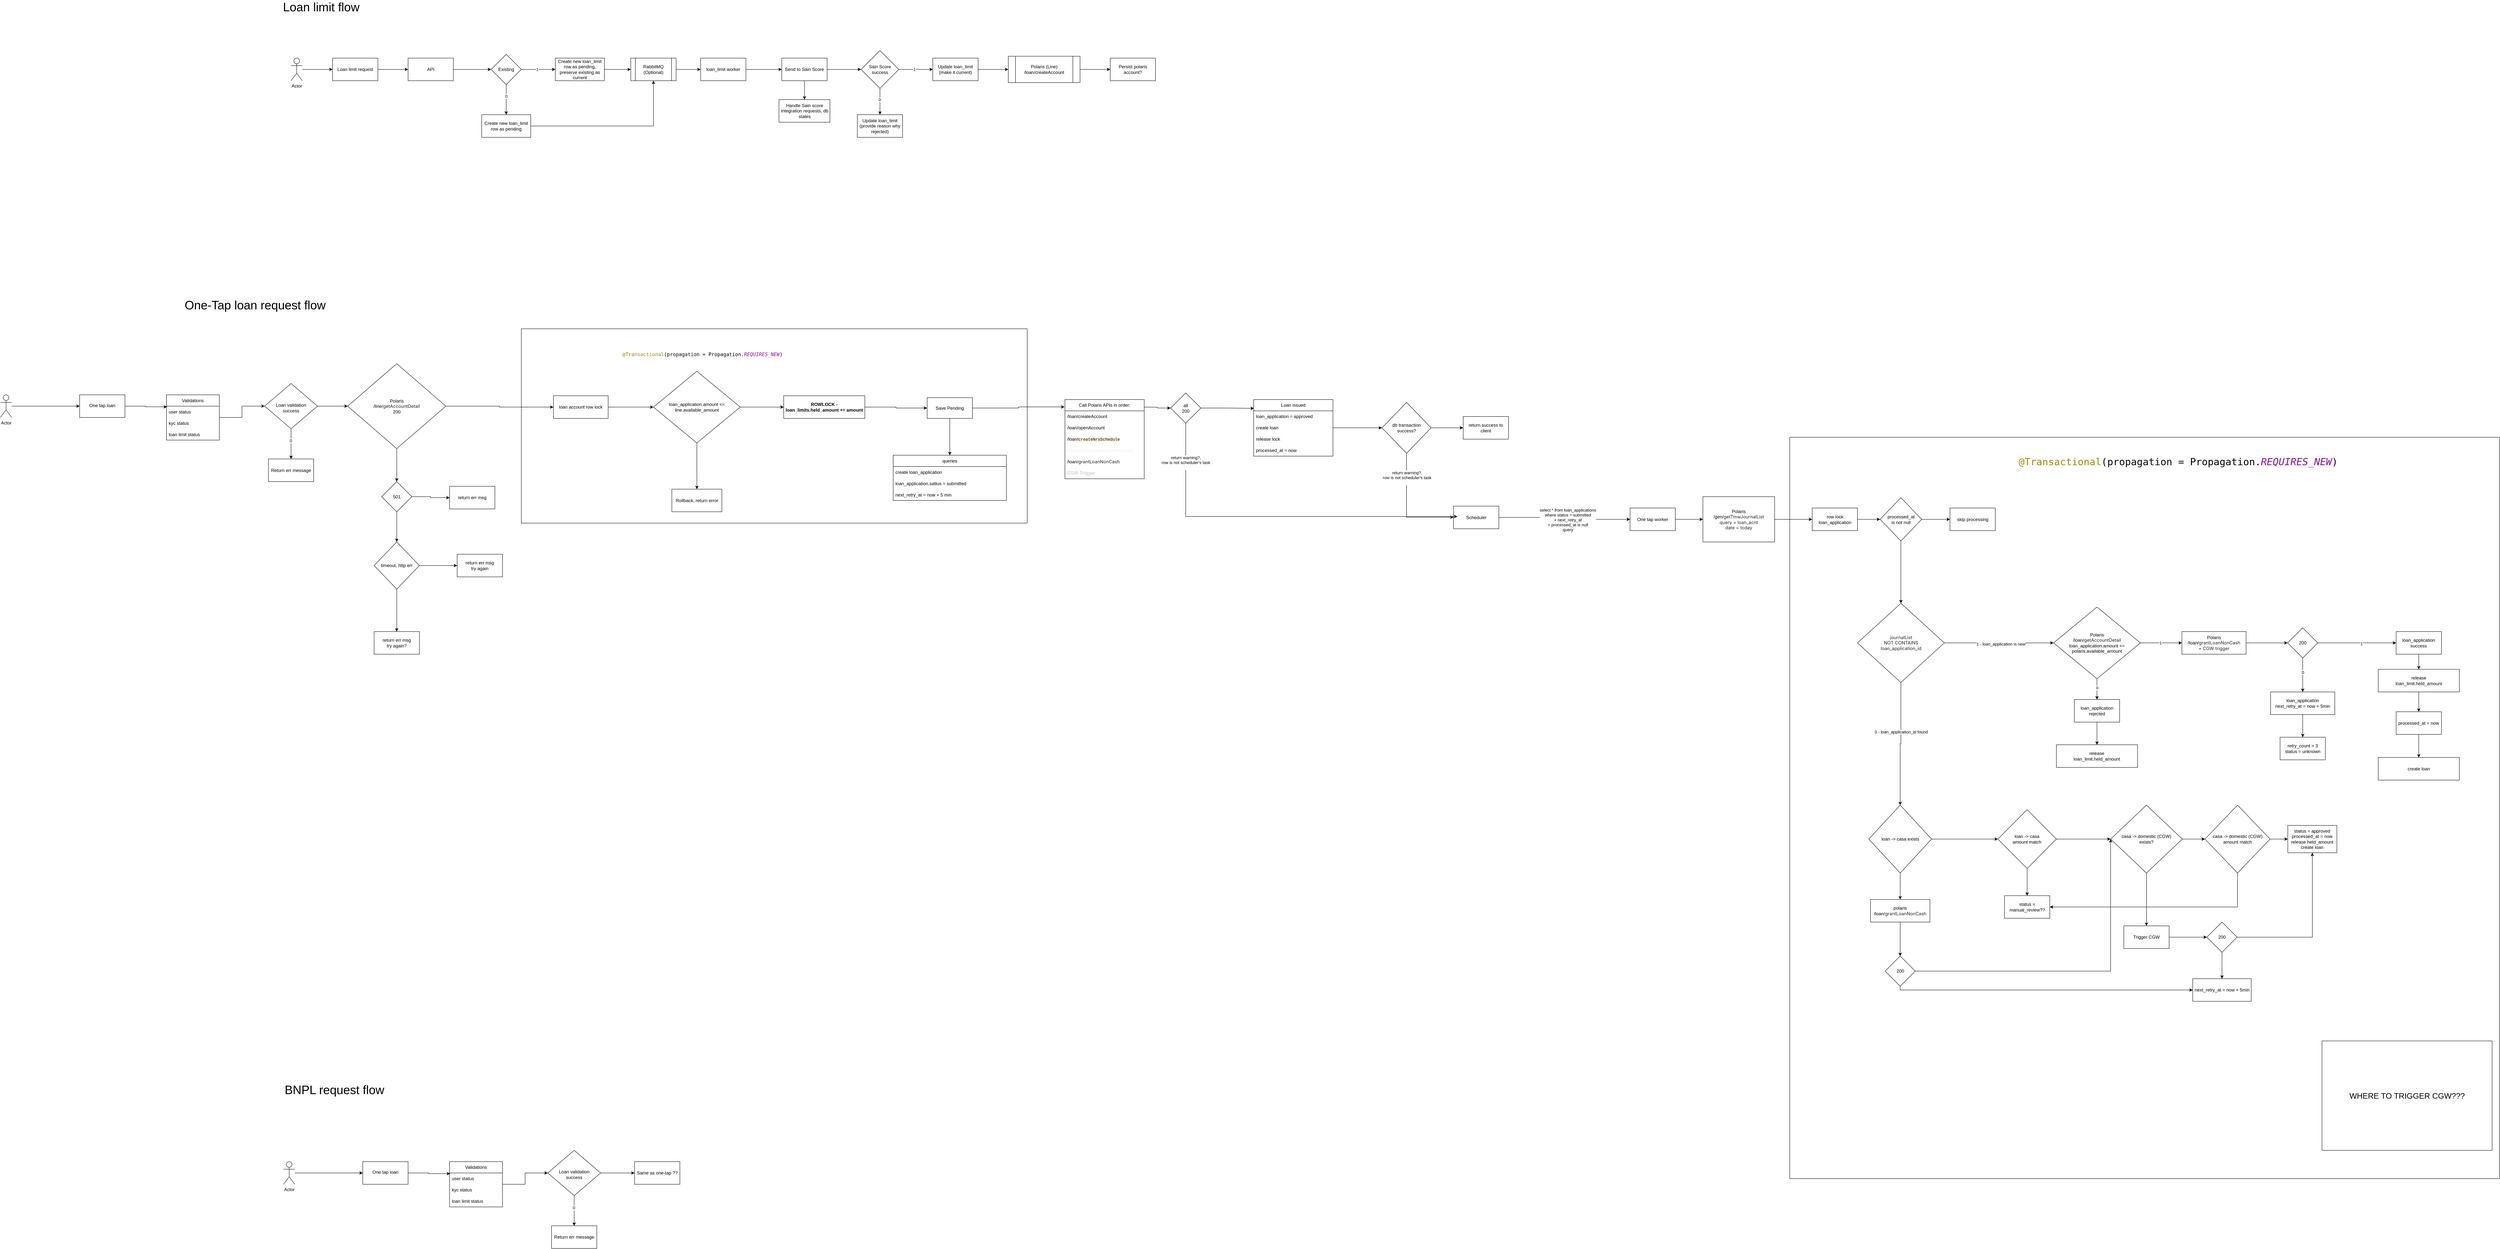
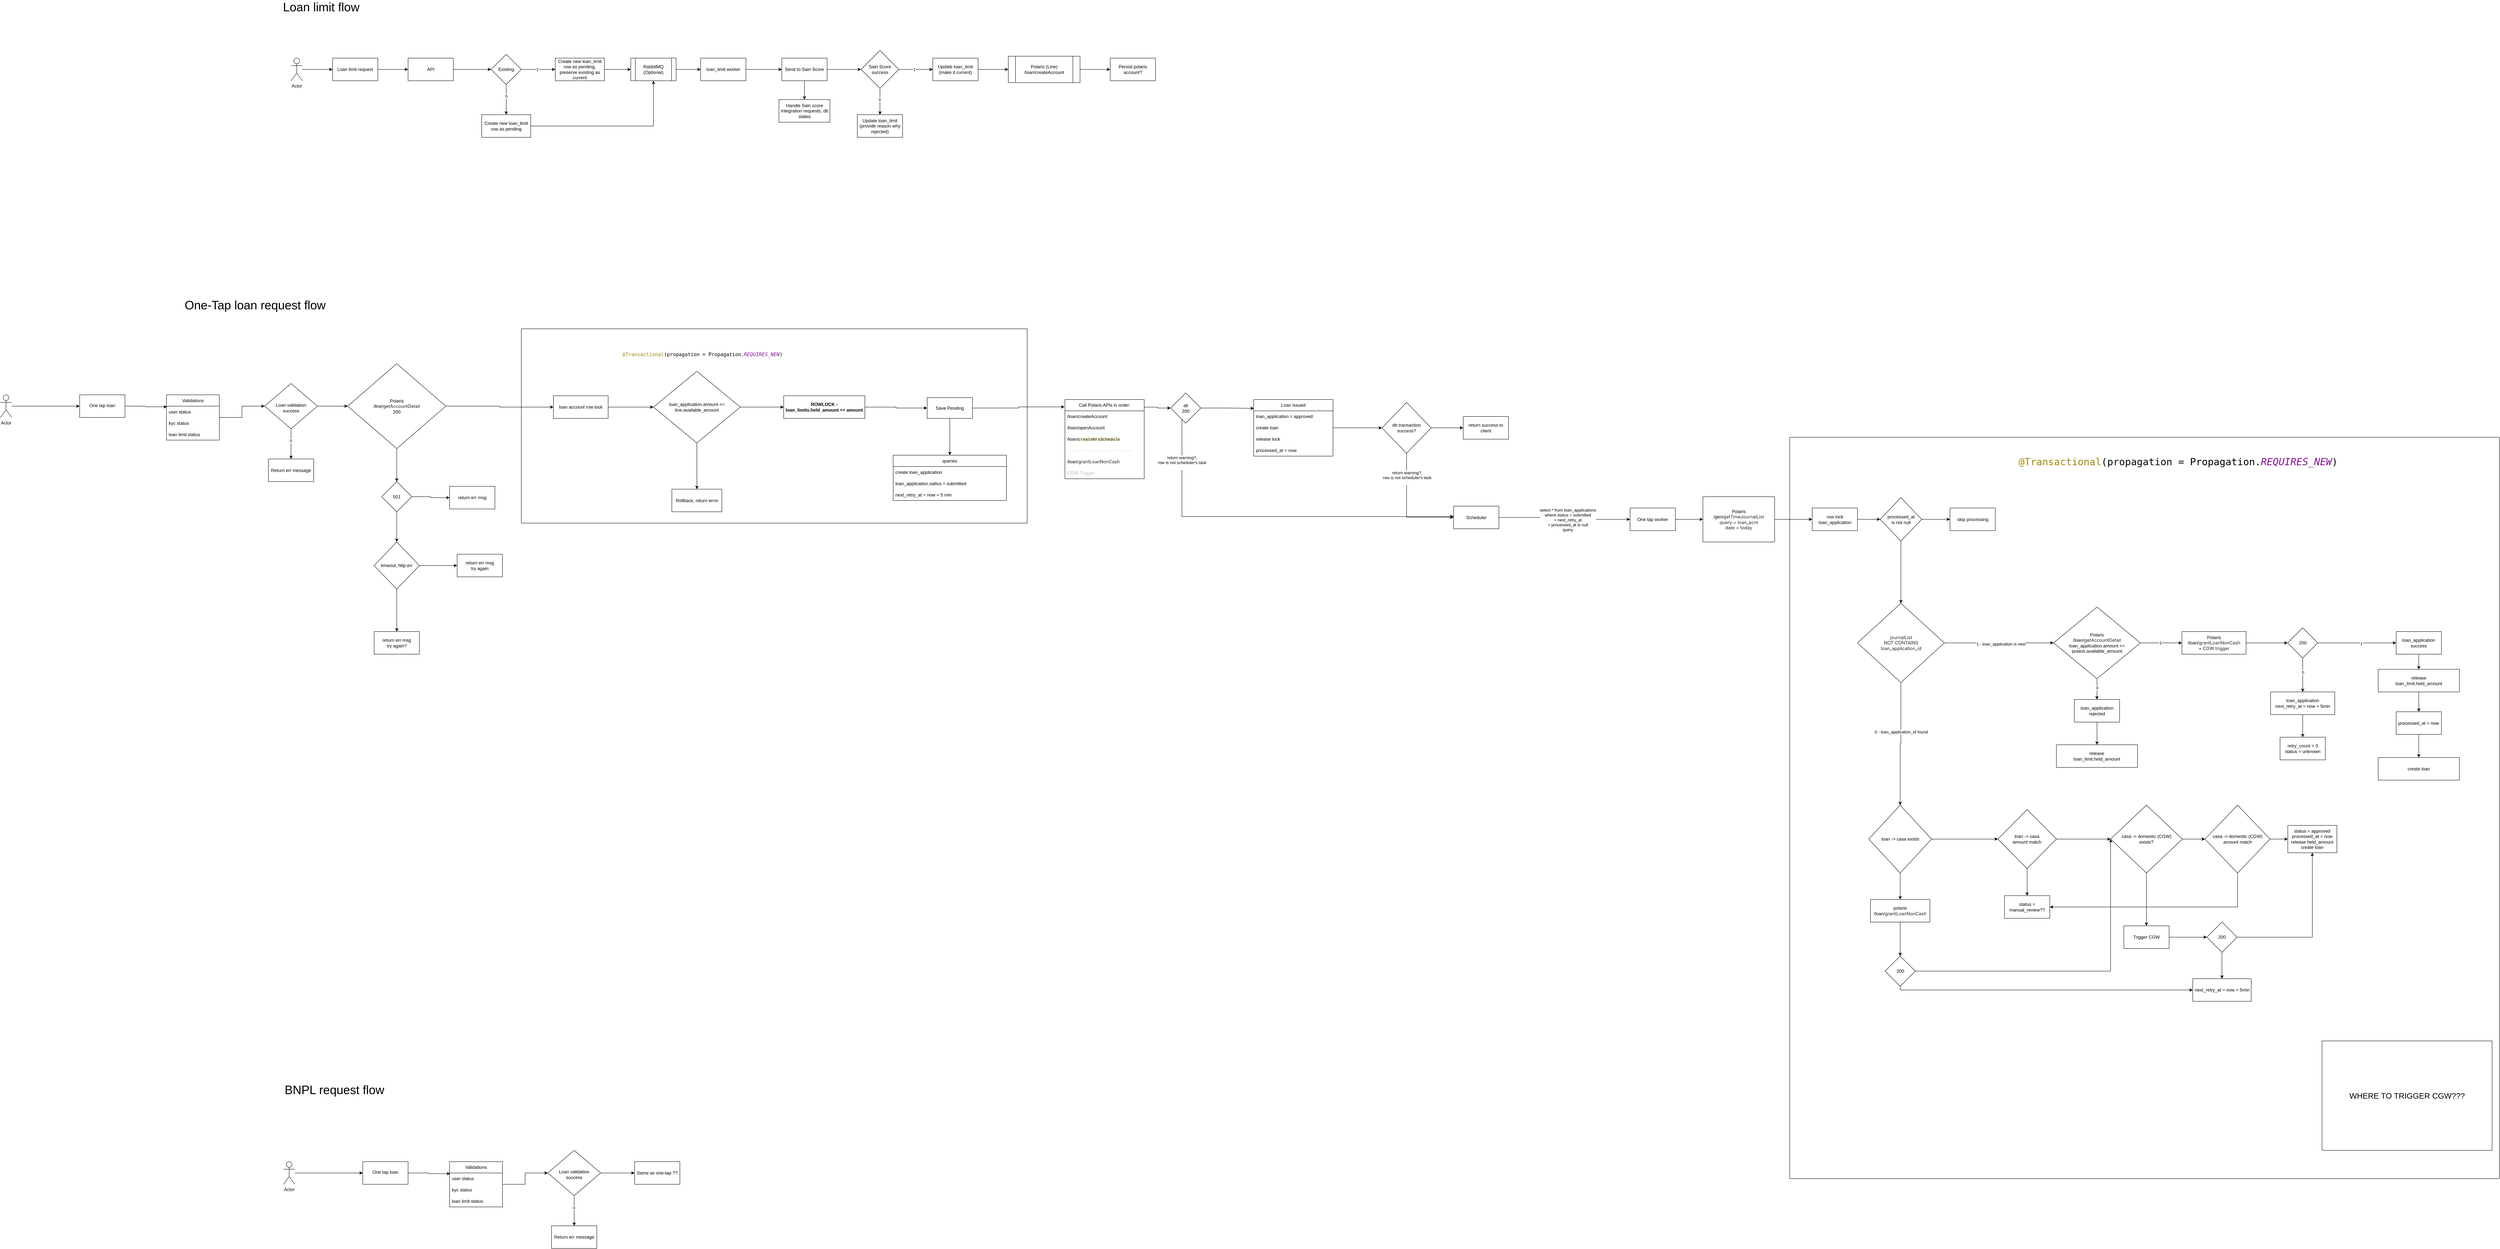
<mxfile host="app.diagrams.net">
  <diagram name="Page-1" id="VCBSuIh8bz7kurrQ0Zaz">
-     <mxGraphModel dx="1615" dy="447" grid="1" gridSize="10" guides="1" tooltips="1" connect="1" arrows="1" fold="1" page="1" pageScale="1" pageWidth="850" pageHeight="1100" math="0" shadow="0">
+     <mxGraphModel dx="1212" dy="212" grid="1" gridSize="10" guides="1" tooltips="1" connect="1" arrows="1" fold="1" page="1" pageScale="1" pageWidth="850" pageHeight="1100" math="0" shadow="0">
      <root>
        <mxCell id="0" />
        <mxCell id="1" parent="0" />
        <mxCell id="In8fDh9ZLN2M87an2Miy-188" parent="1" style="rounded=0;whiteSpace=wrap;html=1;movable=0;resizable=0;rotatable=0;deletable=0;editable=0;locked=1;connectable=0;" value="" vertex="1">
          <mxGeometry height="1965" width="1880" x="4010" y="1215" as="geometry" />
        </mxCell>
        <mxCell id="In8fDh9ZLN2M87an2Miy-172" parent="1" style="rounded=0;whiteSpace=wrap;html=1;movable=1;resizable=1;rotatable=1;deletable=1;editable=1;locked=0;connectable=1;" value="" vertex="1">
          <mxGeometry height="515" width="1340" x="650" y="927.5" as="geometry" />
        </mxCell>
        <mxCell id="KqixbsF9o6dLofBvsG9t-5" edge="1" parent="1" source="KqixbsF9o6dLofBvsG9t-1" style="edgeStyle=orthogonalEdgeStyle;rounded=0;orthogonalLoop=1;jettySize=auto;html=1;" target="KqixbsF9o6dLofBvsG9t-4" value="">
          <mxGeometry relative="1" as="geometry" />
        </mxCell>
        <mxCell id="KqixbsF9o6dLofBvsG9t-1" parent="1" style="rounded=0;whiteSpace=wrap;html=1;" value="Loan limit request" vertex="1">
          <mxGeometry height="60" width="120" x="150" y="210" as="geometry" />
        </mxCell>
        <mxCell id="KqixbsF9o6dLofBvsG9t-3" edge="1" parent="1" source="KqixbsF9o6dLofBvsG9t-2" style="edgeStyle=orthogonalEdgeStyle;rounded=0;orthogonalLoop=1;jettySize=auto;html=1;" target="KqixbsF9o6dLofBvsG9t-1" value="">
          <mxGeometry relative="1" as="geometry" />
        </mxCell>
        <mxCell id="KqixbsF9o6dLofBvsG9t-2" parent="1" style="shape=umlActor;verticalLabelPosition=bottom;verticalAlign=top;html=1;outlineConnect=0;" value="Actor" vertex="1">
          <mxGeometry height="60" width="30" x="40" y="210" as="geometry" />
        </mxCell>
        <mxCell id="KqixbsF9o6dLofBvsG9t-9" edge="1" parent="1" source="KqixbsF9o6dLofBvsG9t-4" style="edgeStyle=orthogonalEdgeStyle;rounded=0;orthogonalLoop=1;jettySize=auto;html=1;" target="KqixbsF9o6dLofBvsG9t-8" value="">
          <mxGeometry relative="1" as="geometry" />
        </mxCell>
        <mxCell id="KqixbsF9o6dLofBvsG9t-4" parent="1" style="rounded=0;whiteSpace=wrap;html=1;" value="API" vertex="1">
          <mxGeometry height="60" width="120" x="350" y="210" as="geometry" />
        </mxCell>
        <mxCell id="KqixbsF9o6dLofBvsG9t-11" edge="1" parent="1" source="KqixbsF9o6dLofBvsG9t-8" style="edgeStyle=orthogonalEdgeStyle;rounded=0;orthogonalLoop=1;jettySize=auto;html=1;" target="KqixbsF9o6dLofBvsG9t-10" value="">
          <mxGeometry relative="1" as="geometry" />
        </mxCell>
        <mxCell id="KqixbsF9o6dLofBvsG9t-12" connectable="0" parent="KqixbsF9o6dLofBvsG9t-11" style="edgeLabel;html=1;align=center;verticalAlign=middle;resizable=0;points=[];" value="1" vertex="1">
          <mxGeometry relative="1" x="-0.079" as="geometry">
            <mxPoint as="offset" />
          </mxGeometry>
        </mxCell>
        <mxCell id="KqixbsF9o6dLofBvsG9t-14" edge="1" parent="1" source="KqixbsF9o6dLofBvsG9t-8" style="edgeStyle=orthogonalEdgeStyle;rounded=0;orthogonalLoop=1;jettySize=auto;html=1;" target="KqixbsF9o6dLofBvsG9t-13" value="">
          <mxGeometry relative="1" as="geometry" />
        </mxCell>
        <mxCell id="KqixbsF9o6dLofBvsG9t-15" connectable="0" parent="KqixbsF9o6dLofBvsG9t-14" style="edgeLabel;html=1;align=center;verticalAlign=middle;resizable=0;points=[];" value="0" vertex="1">
          <mxGeometry relative="1" x="-0.2407" as="geometry">
            <mxPoint as="offset" />
          </mxGeometry>
        </mxCell>
        <mxCell id="KqixbsF9o6dLofBvsG9t-8" parent="1" style="rhombus;whiteSpace=wrap;html=1;rounded=0;" value="Existing" vertex="1">
          <mxGeometry height="80" width="80" x="570" y="200" as="geometry" />
        </mxCell>
        <mxCell id="KqixbsF9o6dLofBvsG9t-23" edge="1" parent="1" source="KqixbsF9o6dLofBvsG9t-10" style="edgeStyle=orthogonalEdgeStyle;rounded=0;orthogonalLoop=1;jettySize=auto;html=1;" target="KqixbsF9o6dLofBvsG9t-22" value="">
          <mxGeometry relative="1" as="geometry" />
        </mxCell>
        <mxCell id="KqixbsF9o6dLofBvsG9t-10" parent="1" style="whiteSpace=wrap;html=1;rounded=0;" value="Create new loan_limit row as pending, preserve existing as current" vertex="1">
          <mxGeometry height="60" width="130" x="740" y="210" as="geometry" />
        </mxCell>
        <mxCell id="KqixbsF9o6dLofBvsG9t-26" edge="1" parent="1" source="KqixbsF9o6dLofBvsG9t-13" style="edgeStyle=orthogonalEdgeStyle;rounded=0;orthogonalLoop=1;jettySize=auto;html=1;entryX=0.5;entryY=1;entryDx=0;entryDy=0;" target="KqixbsF9o6dLofBvsG9t-22">
          <mxGeometry relative="1" as="geometry" />
        </mxCell>
        <mxCell id="KqixbsF9o6dLofBvsG9t-13" parent="1" style="whiteSpace=wrap;html=1;rounded=0;" value="Create new loan_limit row as pending" vertex="1">
          <mxGeometry height="60" width="130" x="545" y="360" as="geometry" />
        </mxCell>
        <mxCell id="KqixbsF9o6dLofBvsG9t-25" edge="1" parent="1" source="KqixbsF9o6dLofBvsG9t-22" style="edgeStyle=orthogonalEdgeStyle;rounded=0;orthogonalLoop=1;jettySize=auto;html=1;" target="KqixbsF9o6dLofBvsG9t-24" value="">
          <mxGeometry relative="1" as="geometry" />
        </mxCell>
        <mxCell id="KqixbsF9o6dLofBvsG9t-22" parent="1" style="shape=process;whiteSpace=wrap;html=1;backgroundOutline=1;rounded=0;" value="RabbitMQ (Optional)" vertex="1">
          <mxGeometry height="60" width="120" x="940" y="210" as="geometry" />
        </mxCell>
        <mxCell id="KqixbsF9o6dLofBvsG9t-28" edge="1" parent="1" source="KqixbsF9o6dLofBvsG9t-24" style="edgeStyle=orthogonalEdgeStyle;rounded=0;orthogonalLoop=1;jettySize=auto;html=1;" target="KqixbsF9o6dLofBvsG9t-27" value="">
          <mxGeometry relative="1" as="geometry" />
        </mxCell>
        <mxCell id="KqixbsF9o6dLofBvsG9t-24" parent="1" style="whiteSpace=wrap;html=1;rounded=0;" value="loan_limit worker" vertex="1">
          <mxGeometry height="60" width="120" x="1125" y="210" as="geometry" />
        </mxCell>
        <mxCell id="KqixbsF9o6dLofBvsG9t-30" edge="1" parent="1" source="KqixbsF9o6dLofBvsG9t-27" style="edgeStyle=orthogonalEdgeStyle;rounded=0;orthogonalLoop=1;jettySize=auto;html=1;" target="KqixbsF9o6dLofBvsG9t-29" value="">
          <mxGeometry relative="1" as="geometry" />
        </mxCell>
        <mxCell id="KqixbsF9o6dLofBvsG9t-38" edge="1" parent="1" source="KqixbsF9o6dLofBvsG9t-27" style="edgeStyle=orthogonalEdgeStyle;rounded=0;orthogonalLoop=1;jettySize=auto;html=1;" target="KqixbsF9o6dLofBvsG9t-37" value="">
          <mxGeometry relative="1" as="geometry" />
        </mxCell>
        <mxCell id="KqixbsF9o6dLofBvsG9t-27" parent="1" style="whiteSpace=wrap;html=1;rounded=0;" value="Send to Sain Score" vertex="1">
          <mxGeometry height="60" width="120" x="1340" y="210" as="geometry" />
        </mxCell>
        <mxCell id="KqixbsF9o6dLofBvsG9t-32" edge="1" parent="1" source="KqixbsF9o6dLofBvsG9t-29" style="edgeStyle=orthogonalEdgeStyle;rounded=0;orthogonalLoop=1;jettySize=auto;html=1;" target="KqixbsF9o6dLofBvsG9t-31" value="">
          <mxGeometry relative="1" as="geometry" />
        </mxCell>
        <mxCell id="KqixbsF9o6dLofBvsG9t-33" connectable="0" parent="KqixbsF9o6dLofBvsG9t-32" style="edgeLabel;html=1;align=center;verticalAlign=middle;resizable=0;points=[];" value="1" vertex="1">
          <mxGeometry relative="1" x="-0.1048" as="geometry">
            <mxPoint as="offset" />
          </mxGeometry>
        </mxCell>
        <mxCell id="KqixbsF9o6dLofBvsG9t-35" edge="1" parent="1" source="KqixbsF9o6dLofBvsG9t-29" style="edgeStyle=orthogonalEdgeStyle;rounded=0;orthogonalLoop=1;jettySize=auto;html=1;" target="KqixbsF9o6dLofBvsG9t-34" value="">
          <mxGeometry relative="1" as="geometry" />
        </mxCell>
        <mxCell id="KqixbsF9o6dLofBvsG9t-36" connectable="0" parent="KqixbsF9o6dLofBvsG9t-35" style="edgeLabel;html=1;align=center;verticalAlign=middle;resizable=0;points=[];" value="0" vertex="1">
          <mxGeometry relative="1" x="-0.1429" y="-1" as="geometry">
            <mxPoint as="offset" />
          </mxGeometry>
        </mxCell>
        <mxCell id="KqixbsF9o6dLofBvsG9t-29" parent="1" style="rhombus;whiteSpace=wrap;html=1;rounded=0;" value="Sain Score success" vertex="1">
          <mxGeometry height="100" width="100" x="1550" y="190" as="geometry" />
        </mxCell>
        <mxCell id="KqixbsF9o6dLofBvsG9t-66" edge="1" parent="1" source="KqixbsF9o6dLofBvsG9t-31" style="edgeStyle=orthogonalEdgeStyle;rounded=0;orthogonalLoop=1;jettySize=auto;html=1;" target="KqixbsF9o6dLofBvsG9t-65" value="">
          <mxGeometry relative="1" as="geometry" />
        </mxCell>
        <mxCell id="KqixbsF9o6dLofBvsG9t-31" parent="1" style="whiteSpace=wrap;html=1;rounded=0;" value="Update loan_limit (make it current)" vertex="1">
          <mxGeometry height="60" width="120" x="1740" y="210" as="geometry" />
        </mxCell>
        <mxCell id="KqixbsF9o6dLofBvsG9t-34" parent="1" style="whiteSpace=wrap;html=1;rounded=0;" value="Update loan_limit&lt;br&gt;(provide reason why rejected)" vertex="1">
          <mxGeometry height="60" width="120" x="1540" y="360" as="geometry" />
        </mxCell>
        <mxCell id="KqixbsF9o6dLofBvsG9t-37" parent="1" style="whiteSpace=wrap;html=1;rounded=0;" value="Handle Sain score integration requests, db states" vertex="1">
          <mxGeometry height="60" width="135" x="1332.5" y="320" as="geometry" />
        </mxCell>
        <mxCell id="KqixbsF9o6dLofBvsG9t-40" parent="1" style="text;html=1;whiteSpace=wrap;strokeColor=none;fillColor=none;align=center;verticalAlign=middle;rounded=0;fontSize=32;" value="Loan limit flow" vertex="1">
          <mxGeometry height="30" width="260" x="-10" y="60" as="geometry" />
        </mxCell>
        <mxCell id="KqixbsF9o6dLofBvsG9t-74" edge="1" parent="1" source="KqixbsF9o6dLofBvsG9t-65" style="edgeStyle=orthogonalEdgeStyle;rounded=0;orthogonalLoop=1;jettySize=auto;html=1;" target="KqixbsF9o6dLofBvsG9t-73" value="">
          <mxGeometry relative="1" as="geometry" />
        </mxCell>
        <mxCell id="KqixbsF9o6dLofBvsG9t-65" parent="1" style="shape=process;whiteSpace=wrap;html=1;backgroundOutline=1;rounded=0;" value="Polaris (Line)&lt;br&gt;/loan/createAccount" vertex="1">
          <mxGeometry height="70" width="190" x="1940" y="205" as="geometry" />
        </mxCell>
        <mxCell id="KqixbsF9o6dLofBvsG9t-73" parent="1" style="whiteSpace=wrap;html=1;rounded=0;" value="Persist polaris account?" vertex="1">
          <mxGeometry height="60" width="120" x="2210" y="210" as="geometry" />
        </mxCell>
        <mxCell id="U8Ajh8Gpa-m2DNKNFQys-1" parent="1" style="text;html=1;whiteSpace=wrap;strokeColor=none;fillColor=none;align=center;verticalAlign=middle;rounded=0;fontSize=32;" value="One-Tap loan request flow" vertex="1">
          <mxGeometry height="30" width="470" x="-290" y="850" as="geometry" />
        </mxCell>
        <mxCell id="In8fDh9ZLN2M87an2Miy-1" edge="1" parent="1" source="In8fDh9ZLN2M87an2Miy-2" style="edgeStyle=orthogonalEdgeStyle;rounded=0;orthogonalLoop=1;jettySize=auto;html=1;" target="In8fDh9ZLN2M87an2Miy-4" value="">
          <mxGeometry relative="1" as="geometry" />
        </mxCell>
        <mxCell id="In8fDh9ZLN2M87an2Miy-2" parent="1" style="shape=umlActor;verticalLabelPosition=bottom;verticalAlign=top;html=1;outlineConnect=0;" value="Actor" vertex="1">
          <mxGeometry height="60" width="30" x="-730" y="1102.5" as="geometry" />
        </mxCell>
        <mxCell id="In8fDh9ZLN2M87an2Miy-3" edge="1" parent="1" source="In8fDh9ZLN2M87an2Miy-4" style="edgeStyle=orthogonalEdgeStyle;rounded=0;orthogonalLoop=1;jettySize=auto;html=1;entryX=0.011;entryY=0.06;entryDx=0;entryDy=0;entryPerimeter=0;" target="In8fDh9ZLN2M87an2Miy-28" value="">
          <mxGeometry relative="1" as="geometry">
            <mxPoint x="-310" y="1132.5" as="targetPoint" />
          </mxGeometry>
        </mxCell>
        <mxCell id="In8fDh9ZLN2M87an2Miy-4" parent="1" style="whiteSpace=wrap;html=1;verticalAlign=top;" value="&lt;div&gt;&lt;br&gt;&lt;/div&gt;&lt;div&gt;One tap loan&lt;/div&gt;" vertex="1">
          <mxGeometry height="60" width="120" x="-520" y="1102.5" as="geometry" />
        </mxCell>
        <mxCell id="In8fDh9ZLN2M87an2Miy-7" edge="1" parent="1" source="In8fDh9ZLN2M87an2Miy-9" style="edgeStyle=orthogonalEdgeStyle;rounded=0;orthogonalLoop=1;jettySize=auto;html=1;" target="In8fDh9ZLN2M87an2Miy-13" value="">
          <mxGeometry relative="1" as="geometry" />
        </mxCell>
        <mxCell id="In8fDh9ZLN2M87an2Miy-8" connectable="0" parent="In8fDh9ZLN2M87an2Miy-7" style="edgeLabel;html=1;align=center;verticalAlign=middle;resizable=0;points=[];" value="0" vertex="1">
          <mxGeometry relative="1" x="-0.2091" y="-1" as="geometry">
            <mxPoint as="offset" />
          </mxGeometry>
        </mxCell>
        <mxCell id="In8fDh9ZLN2M87an2Miy-230" edge="1" parent="1" source="In8fDh9ZLN2M87an2Miy-9" style="edgeStyle=orthogonalEdgeStyle;rounded=0;orthogonalLoop=1;jettySize=auto;html=1;" target="In8fDh9ZLN2M87an2Miy-228">
          <mxGeometry relative="1" as="geometry" />
        </mxCell>
        <mxCell id="In8fDh9ZLN2M87an2Miy-9" parent="1" style="rhombus;whiteSpace=wrap;html=1;verticalAlign=top;" value="&lt;br&gt;&lt;br&gt;&lt;div&gt;&lt;br&gt;&lt;/div&gt;&lt;div&gt;Loan validation&lt;br&gt;success&lt;/div&gt;" vertex="1">
          <mxGeometry height="120" width="140" x="-30" y="1072.5" as="geometry" />
        </mxCell>
        <mxCell id="In8fDh9ZLN2M87an2Miy-10" edge="1" parent="1" source="In8fDh9ZLN2M87an2Miy-12" style="edgeStyle=orthogonalEdgeStyle;rounded=0;orthogonalLoop=1;jettySize=auto;html=1;entryX=0.5;entryY=0;entryDx=0;entryDy=0;" target="In8fDh9ZLN2M87an2Miy-14">
          <mxGeometry relative="1" as="geometry" />
        </mxCell>
        <mxCell id="In8fDh9ZLN2M87an2Miy-54" edge="1" parent="1" source="In8fDh9ZLN2M87an2Miy-105" style="edgeStyle=orthogonalEdgeStyle;rounded=0;orthogonalLoop=1;jettySize=auto;html=1;exitX=1;exitY=0.5;exitDx=0;exitDy=0;" target="In8fDh9ZLN2M87an2Miy-53" value="">
          <mxGeometry relative="1" as="geometry">
            <mxPoint x="3329.5" y="1432.5" as="sourcePoint" />
          </mxGeometry>
        </mxCell>
        <mxCell id="In8fDh9ZLN2M87an2Miy-55" connectable="0" parent="In8fDh9ZLN2M87an2Miy-54" style="edgeLabel;html=1;align=center;verticalAlign=middle;resizable=0;points=[];" value="select * from loan_applications&lt;br&gt;where status = submitted&lt;br&gt;+ next_retry_at&lt;br&gt;+ processed_at is null&lt;br&gt;query" vertex="1">
          <mxGeometry relative="1" x="0.0637" y="-1" as="geometry">
            <mxPoint as="offset" />
          </mxGeometry>
        </mxCell>
        <mxCell id="In8fDh9ZLN2M87an2Miy-246" edge="1" parent="1" source="In8fDh9ZLN2M87an2Miy-12" style="edgeStyle=orthogonalEdgeStyle;rounded=0;orthogonalLoop=1;jettySize=auto;html=1;entryX=-0.006;entryY=0.093;entryDx=0;entryDy=0;entryPerimeter=0;" target="In8fDh9ZLN2M87an2Miy-247">
          <mxGeometry relative="1" as="geometry">
            <mxPoint x="2090" y="1137.5" as="targetPoint" />
          </mxGeometry>
        </mxCell>
        <mxCell id="In8fDh9ZLN2M87an2Miy-12" parent="1" style="whiteSpace=wrap;html=1;verticalAlign=middle;" value="Save Pending" vertex="1">
          <mxGeometry height="55" width="120" x="1725" y="1110" as="geometry" />
        </mxCell>
        <mxCell id="In8fDh9ZLN2M87an2Miy-13" parent="1" style="whiteSpace=wrap;html=1;verticalAlign=middle;" value="Return err message" vertex="1">
          <mxGeometry height="60" width="120" x="-20" y="1272.5" as="geometry" />
        </mxCell>
        <mxCell id="In8fDh9ZLN2M87an2Miy-14" parent="1" style="swimlane;fontStyle=0;childLayout=stackLayout;horizontal=1;startSize=30;horizontalStack=0;resizeParent=1;resizeParentMax=0;resizeLast=0;collapsible=1;marginBottom=0;whiteSpace=wrap;html=1;" value="queries" vertex="1">
          <mxGeometry height="120" width="300" x="1635" y="1262.5" as="geometry" />
        </mxCell>
        <mxCell id="In8fDh9ZLN2M87an2Miy-15" parent="In8fDh9ZLN2M87an2Miy-14" style="text;strokeColor=none;fillColor=none;align=left;verticalAlign=middle;spacingLeft=4;spacingRight=4;overflow=hidden;points=[[0,0.5],[1,0.5]];portConstraint=eastwest;rotatable=0;whiteSpace=wrap;html=1;" value="create loan_application" vertex="1">
          <mxGeometry height="30" width="300" y="30" as="geometry" />
        </mxCell>
        <mxCell id="In8fDh9ZLN2M87an2Miy-104" parent="In8fDh9ZLN2M87an2Miy-14" style="text;strokeColor=none;fillColor=none;align=left;verticalAlign=middle;spacingLeft=4;spacingRight=4;overflow=hidden;points=[[0,0.5],[1,0.5]];portConstraint=eastwest;rotatable=0;whiteSpace=wrap;html=1;" value="loan_application.sattus = submitted" vertex="1">
          <mxGeometry height="30" width="300" y="60" as="geometry" />
        </mxCell>
        <mxCell id="In8fDh9ZLN2M87an2Miy-17" parent="In8fDh9ZLN2M87an2Miy-14" style="text;strokeColor=none;fillColor=none;align=left;verticalAlign=middle;spacingLeft=4;spacingRight=4;overflow=hidden;points=[[0,0.5],[1,0.5]];portConstraint=eastwest;rotatable=0;whiteSpace=wrap;html=1;" value="next_retry_at = now + 5 min" vertex="1">
          <mxGeometry height="30" width="300" y="90" as="geometry" />
        </mxCell>
        <mxCell id="In8fDh9ZLN2M87an2Miy-32" edge="1" parent="1" source="In8fDh9ZLN2M87an2Miy-27" style="edgeStyle=orthogonalEdgeStyle;rounded=0;orthogonalLoop=1;jettySize=auto;html=1;entryX=0;entryY=0.5;entryDx=0;entryDy=0;" target="In8fDh9ZLN2M87an2Miy-9">
          <mxGeometry relative="1" as="geometry" />
        </mxCell>
        <mxCell id="In8fDh9ZLN2M87an2Miy-27" parent="1" style="swimlane;fontStyle=0;childLayout=stackLayout;horizontal=1;startSize=30;horizontalStack=0;resizeParent=1;resizeParentMax=0;resizeLast=0;collapsible=1;marginBottom=0;whiteSpace=wrap;html=1;" value="Validations" vertex="1">
          <mxGeometry height="120" width="140" x="-290" y="1102.5" as="geometry" />
        </mxCell>
        <mxCell id="In8fDh9ZLN2M87an2Miy-28" parent="In8fDh9ZLN2M87an2Miy-27" style="text;strokeColor=none;fillColor=none;align=left;verticalAlign=middle;spacingLeft=4;spacingRight=4;overflow=hidden;points=[[0,0.5],[1,0.5]];portConstraint=eastwest;rotatable=0;whiteSpace=wrap;html=1;" value="user status" vertex="1">
          <mxGeometry height="30" width="140" y="30" as="geometry" />
        </mxCell>
        <mxCell id="In8fDh9ZLN2M87an2Miy-29" parent="In8fDh9ZLN2M87an2Miy-27" style="text;strokeColor=none;fillColor=none;align=left;verticalAlign=middle;spacingLeft=4;spacingRight=4;overflow=hidden;points=[[0,0.5],[1,0.5]];portConstraint=eastwest;rotatable=0;whiteSpace=wrap;html=1;" value="kyc status" vertex="1">
          <mxGeometry height="30" width="140" y="60" as="geometry" />
        </mxCell>
        <mxCell id="In8fDh9ZLN2M87an2Miy-33" parent="In8fDh9ZLN2M87an2Miy-27" style="text;strokeColor=none;fillColor=none;align=left;verticalAlign=middle;spacingLeft=4;spacingRight=4;overflow=hidden;points=[[0,0.5],[1,0.5]];portConstraint=eastwest;rotatable=0;whiteSpace=wrap;html=1;" value="loan limit status" vertex="1">
          <mxGeometry height="30" width="140" y="90" as="geometry" />
        </mxCell>
        <mxCell id="In8fDh9ZLN2M87an2Miy-116" edge="1" parent="1" source="In8fDh9ZLN2M87an2Miy-53" style="edgeStyle=orthogonalEdgeStyle;rounded=0;orthogonalLoop=1;jettySize=auto;html=1;entryX=0;entryY=0.5;entryDx=0;entryDy=0;" target="In8fDh9ZLN2M87an2Miy-68">
          <mxGeometry relative="1" as="geometry" />
        </mxCell>
        <mxCell id="In8fDh9ZLN2M87an2Miy-53" parent="1" style="whiteSpace=wrap;html=1;" value="One tap worker" vertex="1">
          <mxGeometry height="60" width="120" x="3587" y="1402.5" as="geometry" />
        </mxCell>
        <mxCell id="In8fDh9ZLN2M87an2Miy-67" edge="1" parent="1" source="In8fDh9ZLN2M87an2Miy-58" style="edgeStyle=orthogonalEdgeStyle;rounded=0;orthogonalLoop=1;jettySize=auto;html=1;entryX=0;entryY=0.5;entryDx=0;entryDy=0;" target="In8fDh9ZLN2M87an2Miy-66" value="">
          <mxGeometry relative="1" as="geometry">
            <mxPoint x="5343.87" y="1760" as="targetPoint" />
          </mxGeometry>
        </mxCell>
        <mxCell id="In8fDh9ZLN2M87an2Miy-58" parent="1" style="whiteSpace=wrap;html=1;" value="Polaris /loan/&lt;span style=&quot;color: rgb(33, 33, 33); font-family: Inter, system-ui, -apple-system, &amp;quot;system-ui&amp;quot;, &amp;quot;Segoe UI&amp;quot;, Roboto, Oxygen, Ubuntu, Cantarell, &amp;quot;Fira Sans&amp;quot;, &amp;quot;Droid Sans&amp;quot;, Helvetica, Arial, sans-serif; text-align: left; white-space: pre-wrap; background-color: rgb(255, 255, 255);&quot;&gt;grantLoanNonCash&lt;br/&gt;+ CGW trigger&lt;/span&gt;" vertex="1">
          <mxGeometry height="60" width="170" x="5048.87" y="1730" as="geometry" />
        </mxCell>
        <mxCell id="In8fDh9ZLN2M87an2Miy-62" edge="1" parent="1" source="In8fDh9ZLN2M87an2Miy-59" style="edgeStyle=orthogonalEdgeStyle;rounded=0;orthogonalLoop=1;jettySize=auto;html=1;" target="In8fDh9ZLN2M87an2Miy-61" value="">
          <mxGeometry relative="1" as="geometry" />
        </mxCell>
        <mxCell id="In8fDh9ZLN2M87an2Miy-91" connectable="0" parent="In8fDh9ZLN2M87an2Miy-62" style="edgeLabel;html=1;align=center;verticalAlign=middle;resizable=0;points=[];" value="0" vertex="1">
          <mxGeometry relative="1" x="-0.1431" as="geometry">
            <mxPoint as="offset" />
          </mxGeometry>
        </mxCell>
        <mxCell id="In8fDh9ZLN2M87an2Miy-65" edge="1" parent="1" source="In8fDh9ZLN2M87an2Miy-59" style="edgeStyle=orthogonalEdgeStyle;rounded=0;orthogonalLoop=1;jettySize=auto;html=1;" target="In8fDh9ZLN2M87an2Miy-58">
          <mxGeometry relative="1" as="geometry" />
        </mxCell>
        <mxCell id="In8fDh9ZLN2M87an2Miy-90" connectable="0" parent="In8fDh9ZLN2M87an2Miy-65" style="edgeLabel;html=1;align=center;verticalAlign=middle;resizable=0;points=[];" value="1" vertex="1">
          <mxGeometry relative="1" x="-0.0451" as="geometry">
            <mxPoint as="offset" />
          </mxGeometry>
        </mxCell>
        <mxCell id="In8fDh9ZLN2M87an2Miy-59" parent="1" style="rhombus;whiteSpace=wrap;html=1;" value="Polaris&lt;br&gt;/loan/&lt;span style=&quot;color: rgb(33, 33, 33); font-family: Inter, system-ui, -apple-system, &amp;quot;system-ui&amp;quot;, &amp;quot;Segoe UI&amp;quot;, Roboto, Oxygen, Ubuntu, Cantarell, &amp;quot;Fira Sans&amp;quot;, &amp;quot;Droid Sans&amp;quot;, Helvetica, Arial, sans-serif; text-align: left; white-space: pre-wrap; background-color: rgb(255, 255, 255);&quot;&gt;getAccountDetail&lt;/span&gt;&lt;br&gt;loan_application.amount &amp;lt;= polaris.available_amount" vertex="1">
          <mxGeometry height="190" width="230" x="4708.87" y="1665" as="geometry" />
        </mxCell>
        <mxCell id="In8fDh9ZLN2M87an2Miy-64" edge="1" parent="1" source="In8fDh9ZLN2M87an2Miy-61" style="edgeStyle=orthogonalEdgeStyle;rounded=0;orthogonalLoop=1;jettySize=auto;html=1;" target="In8fDh9ZLN2M87an2Miy-63" value="">
          <mxGeometry relative="1" as="geometry" />
        </mxCell>
        <mxCell id="In8fDh9ZLN2M87an2Miy-61" parent="1" style="whiteSpace=wrap;html=1;" value="loan_application&lt;br&gt;rejected" vertex="1">
          <mxGeometry height="60" width="120" x="4763.87" y="1910" as="geometry" />
        </mxCell>
        <mxCell id="In8fDh9ZLN2M87an2Miy-63" parent="1" style="whiteSpace=wrap;html=1;" value="release &lt;br&gt;loan_limit.held_amount" vertex="1">
          <mxGeometry height="60" width="215" x="4716.37" y="2030" as="geometry" />
        </mxCell>
        <mxCell id="In8fDh9ZLN2M87an2Miy-81" edge="1" parent="1" source="In8fDh9ZLN2M87an2Miy-66" style="edgeStyle=orthogonalEdgeStyle;rounded=0;orthogonalLoop=1;jettySize=auto;html=1;entryX=0;entryY=0.5;entryDx=0;entryDy=0;" target="In8fDh9ZLN2M87an2Miy-79">
          <mxGeometry relative="1" as="geometry" />
        </mxCell>
        <mxCell id="In8fDh9ZLN2M87an2Miy-92" connectable="0" parent="In8fDh9ZLN2M87an2Miy-81" style="edgeLabel;html=1;align=center;verticalAlign=middle;resizable=0;points=[];" value="1" vertex="1">
          <mxGeometry relative="1" x="0.1055" y="-2" as="geometry">
            <mxPoint as="offset" />
          </mxGeometry>
        </mxCell>
        <mxCell id="In8fDh9ZLN2M87an2Miy-83" edge="1" parent="1" source="In8fDh9ZLN2M87an2Miy-66" style="edgeStyle=orthogonalEdgeStyle;rounded=0;orthogonalLoop=1;jettySize=auto;html=1;" target="In8fDh9ZLN2M87an2Miy-82" value="">
          <mxGeometry relative="1" as="geometry" />
        </mxCell>
        <mxCell id="In8fDh9ZLN2M87an2Miy-93" connectable="0" parent="In8fDh9ZLN2M87an2Miy-83" style="edgeLabel;html=1;align=center;verticalAlign=middle;resizable=0;points=[];" value="0" vertex="1">
          <mxGeometry relative="1" x="-0.1623" as="geometry">
            <mxPoint as="offset" />
          </mxGeometry>
        </mxCell>
        <mxCell id="In8fDh9ZLN2M87an2Miy-66" parent="1" style="rhombus;whiteSpace=wrap;html=1;" value="200" vertex="1">
          <mxGeometry height="80" width="80" x="5328.87" y="1720" as="geometry" />
        </mxCell>
        <mxCell id="In8fDh9ZLN2M87an2Miy-119" edge="1" parent="1" source="In8fDh9ZLN2M87an2Miy-68" style="edgeStyle=orthogonalEdgeStyle;rounded=0;orthogonalLoop=1;jettySize=auto;html=1;" target="In8fDh9ZLN2M87an2Miy-118" value="">
          <mxGeometry relative="1" as="geometry" />
        </mxCell>
        <mxCell id="In8fDh9ZLN2M87an2Miy-68" parent="1" style="whiteSpace=wrap;html=1;" value="Polaris&lt;br&gt;/gen/&lt;span style=&quot;white-space: pre-wrap; color: rgb(33, 33, 33); font-family: Inter, system-ui, -apple-system, &amp;quot;system-ui&amp;quot;, &amp;quot;Segoe UI&amp;quot;, Roboto, Oxygen, Ubuntu, Cantarell, &amp;quot;Fira Sans&amp;quot;, &amp;quot;Droid Sans&amp;quot;, Helvetica, Arial, sans-serif; text-align: left; background-color: rgb(255, 255, 255);&quot;&gt;getTmwJournalList&lt;br&gt;query = loan_acnt&lt;br/&gt;date = today&lt;/span&gt;" vertex="1">
          <mxGeometry height="120" width="190" x="3780" y="1372.5" as="geometry" />
        </mxCell>
        <mxCell id="In8fDh9ZLN2M87an2Miy-71" edge="1" parent="1" source="In8fDh9ZLN2M87an2Miy-69" style="edgeStyle=orthogonalEdgeStyle;rounded=0;orthogonalLoop=1;jettySize=auto;html=1;entryX=0;entryY=0.5;entryDx=0;entryDy=0;" target="In8fDh9ZLN2M87an2Miy-59">
          <mxGeometry relative="1" as="geometry" />
        </mxCell>
        <mxCell id="In8fDh9ZLN2M87an2Miy-77" connectable="0" parent="In8fDh9ZLN2M87an2Miy-71" style="edgeLabel;html=1;align=center;verticalAlign=middle;resizable=0;points=[];" value="1 - loan_application is new" vertex="1">
          <mxGeometry relative="1" x="0.0312" y="-3" as="geometry">
            <mxPoint as="offset" />
          </mxGeometry>
        </mxCell>
        <mxCell id="In8fDh9ZLN2M87an2Miy-73" edge="1" parent="1" source="In8fDh9ZLN2M87an2Miy-69" style="edgeStyle=orthogonalEdgeStyle;rounded=0;orthogonalLoop=1;jettySize=auto;html=1;entryX=0.5;entryY=0;entryDx=0;entryDy=0;" target="In8fDh9ZLN2M87an2Miy-111" value="">
          <mxGeometry relative="1" as="geometry">
            <mxPoint x="4303.87" y="1960" as="targetPoint" />
          </mxGeometry>
        </mxCell>
        <mxCell id="In8fDh9ZLN2M87an2Miy-74" connectable="0" parent="In8fDh9ZLN2M87an2Miy-73" style="edgeLabel;html=1;align=center;verticalAlign=middle;resizable=0;points=[];" value="0 - loan_application_id found" vertex="1">
          <mxGeometry relative="1" x="-0.1975" as="geometry">
            <mxPoint as="offset" />
          </mxGeometry>
        </mxCell>
        <mxCell id="In8fDh9ZLN2M87an2Miy-69" parent="1" style="rhombus;whiteSpace=wrap;html=1;verticalAlign=middle;" value="&lt;div style=&quot;text-align: center;&quot;&gt;&lt;span style=&quot;background-color: light-dark(rgb(255, 255, 255), rgb(18, 18, 18)); color: light-dark(rgb(33, 33, 33), rgb(209, 209, 209)); font-family: Inter, system-ui, -apple-system, &amp;quot;system-ui&amp;quot;, &amp;quot;Segoe UI&amp;quot;, Roboto, Oxygen, Ubuntu, Cantarell, &amp;quot;Fira Sans&amp;quot;, &amp;quot;Droid Sans&amp;quot;, Helvetica, Arial, sans-serif; text-align: left; white-space: pre-wrap;&quot;&gt;journalList&lt;br&gt;NOT CONTAINS&lt;/span&gt;&lt;/div&gt;&lt;span style=&quot;white-space: pre-wrap; color: rgb(33, 33, 33); font-family: Inter, system-ui, -apple-system, &amp;quot;system-ui&amp;quot;, &amp;quot;Segoe UI&amp;quot;, Roboto, Oxygen, Ubuntu, Cantarell, &amp;quot;Fira Sans&amp;quot;, &amp;quot;Droid Sans&amp;quot;, Helvetica, Arial, sans-serif; text-align: left; background-color: rgb(255, 255, 255);&quot;&gt;loan_application_id&lt;/span&gt;" vertex="1">
          <mxGeometry height="210" width="230" x="4189.5" y="1655" as="geometry" />
        </mxCell>
        <mxCell id="In8fDh9ZLN2M87an2Miy-78" edge="1" parent="1" source="In8fDh9ZLN2M87an2Miy-79" style="edgeStyle=orthogonalEdgeStyle;rounded=0;orthogonalLoop=1;jettySize=auto;html=1;" target="In8fDh9ZLN2M87an2Miy-80" value="">
          <mxGeometry relative="1" as="geometry" />
        </mxCell>
        <mxCell id="In8fDh9ZLN2M87an2Miy-79" parent="1" style="whiteSpace=wrap;html=1;" value="loan_application&lt;br&gt;success" vertex="1">
          <mxGeometry height="60" width="120" x="5616.37" y="1730" as="geometry" />
        </mxCell>
        <mxCell id="In8fDh9ZLN2M87an2Miy-132" edge="1" parent="1" source="In8fDh9ZLN2M87an2Miy-80" style="edgeStyle=orthogonalEdgeStyle;rounded=0;orthogonalLoop=1;jettySize=auto;html=1;" target="In8fDh9ZLN2M87an2Miy-131" value="">
          <mxGeometry relative="1" as="geometry" />
        </mxCell>
        <mxCell id="In8fDh9ZLN2M87an2Miy-80" parent="1" style="whiteSpace=wrap;html=1;" value="release &lt;br&gt;loan_limit.held_amount" vertex="1">
          <mxGeometry height="60" width="215" x="5568.87" y="1830" as="geometry" />
        </mxCell>
        <mxCell id="In8fDh9ZLN2M87an2Miy-95" edge="1" parent="1" source="In8fDh9ZLN2M87an2Miy-82" style="edgeStyle=orthogonalEdgeStyle;rounded=0;orthogonalLoop=1;jettySize=auto;html=1;" target="In8fDh9ZLN2M87an2Miy-94" value="">
          <mxGeometry relative="1" as="geometry" />
        </mxCell>
        <mxCell id="In8fDh9ZLN2M87an2Miy-82" parent="1" style="whiteSpace=wrap;html=1;" value="loan_application&lt;br&gt;next_retry_at = now + 5min" vertex="1">
          <mxGeometry height="60" width="170" x="5283.87" y="1890" as="geometry" />
        </mxCell>
        <mxCell id="In8fDh9ZLN2M87an2Miy-88" parent="1" style="whiteSpace=wrap;html=1;" value="create loan" vertex="1">
          <mxGeometry height="60" width="215" x="5568.87" y="2063.75" as="geometry" />
        </mxCell>
        <mxCell id="In8fDh9ZLN2M87an2Miy-94" parent="1" style="whiteSpace=wrap;html=1;" value="retry_count &amp;gt; 3&lt;br&gt;status = unknown" vertex="1">
          <mxGeometry height="60" width="120" x="5308.87" y="2010" as="geometry" />
        </mxCell>
        <mxCell id="In8fDh9ZLN2M87an2Miy-105" parent="1" style="rounded=0;whiteSpace=wrap;html=1;" value="Scheduler" vertex="1">
          <mxGeometry height="60" width="120" x="3119.5" y="1397.5" as="geometry" />
        </mxCell>
        <mxCell id="In8fDh9ZLN2M87an2Miy-127" edge="1" parent="1" source="In8fDh9ZLN2M87an2Miy-111" style="edgeStyle=orthogonalEdgeStyle;rounded=0;orthogonalLoop=1;jettySize=auto;html=1;" target="In8fDh9ZLN2M87an2Miy-126" value="">
          <mxGeometry relative="1" as="geometry" />
        </mxCell>
        <mxCell id="In8fDh9ZLN2M87an2Miy-135" edge="1" parent="1" source="In8fDh9ZLN2M87an2Miy-111" style="edgeStyle=orthogonalEdgeStyle;rounded=0;orthogonalLoop=1;jettySize=auto;html=1;entryX=0;entryY=0.5;entryDx=0;entryDy=0;" target="In8fDh9ZLN2M87an2Miy-222">
          <mxGeometry relative="1" as="geometry">
            <mxPoint x="4520" y="2280" as="targetPoint" />
          </mxGeometry>
        </mxCell>
        <mxCell id="In8fDh9ZLN2M87an2Miy-111" parent="1" style="rhombus;whiteSpace=wrap;html=1;" value="loan -&amp;gt; casa exists" vertex="1">
          <mxGeometry height="180" width="166.25" x="4219.5" y="2190" as="geometry" />
        </mxCell>
        <mxCell id="In8fDh9ZLN2M87an2Miy-113" parent="1" style="whiteSpace=wrap;html=1;" value="status = approved&lt;br&gt;processed_at = now&lt;br&gt;release held_amount&lt;br&gt;create loan" vertex="1">
          <mxGeometry height="72.5" width="130" x="5329.37" y="2243.75" as="geometry" />
        </mxCell>
        <mxCell id="In8fDh9ZLN2M87an2Miy-122" edge="1" parent="1" source="In8fDh9ZLN2M87an2Miy-118" style="edgeStyle=orthogonalEdgeStyle;rounded=0;orthogonalLoop=1;jettySize=auto;html=1;" target="In8fDh9ZLN2M87an2Miy-121" value="">
          <mxGeometry relative="1" as="geometry" />
        </mxCell>
        <mxCell id="In8fDh9ZLN2M87an2Miy-118" parent="1" style="whiteSpace=wrap;html=1;" value="row lock&lt;br&gt;loan_application" vertex="1">
          <mxGeometry height="60" width="120" x="4069.5" y="1402.5" as="geometry" />
        </mxCell>
        <mxCell id="In8fDh9ZLN2M87an2Miy-124" edge="1" parent="1" source="In8fDh9ZLN2M87an2Miy-121" style="edgeStyle=orthogonalEdgeStyle;rounded=0;orthogonalLoop=1;jettySize=auto;html=1;" target="In8fDh9ZLN2M87an2Miy-123" value="">
          <mxGeometry relative="1" as="geometry" />
        </mxCell>
        <mxCell id="In8fDh9ZLN2M87an2Miy-125" edge="1" parent="1" source="In8fDh9ZLN2M87an2Miy-121" style="edgeStyle=orthogonalEdgeStyle;rounded=0;orthogonalLoop=1;jettySize=auto;html=1;entryX=0.5;entryY=0;entryDx=0;entryDy=0;" target="In8fDh9ZLN2M87an2Miy-69">
          <mxGeometry relative="1" as="geometry" />
        </mxCell>
        <mxCell id="In8fDh9ZLN2M87an2Miy-121" parent="1" style="rhombus;whiteSpace=wrap;html=1;" value="processed_at &lt;br&gt;is not null" vertex="1">
          <mxGeometry height="115" width="110" x="4249.5" y="1375" as="geometry" />
        </mxCell>
        <mxCell id="In8fDh9ZLN2M87an2Miy-123" parent="1" style="whiteSpace=wrap;html=1;" value="skip processing" vertex="1">
          <mxGeometry height="60" width="120" x="4434.5" y="1402.5" as="geometry" />
        </mxCell>
        <mxCell id="In8fDh9ZLN2M87an2Miy-216" edge="1" parent="1" source="In8fDh9ZLN2M87an2Miy-126" style="edgeStyle=orthogonalEdgeStyle;rounded=0;orthogonalLoop=1;jettySize=auto;html=1;entryX=0.5;entryY=0;entryDx=0;entryDy=0;" target="In8fDh9ZLN2M87an2Miy-214">
          <mxGeometry relative="1" as="geometry" />
        </mxCell>
        <mxCell id="In8fDh9ZLN2M87an2Miy-126" parent="1" style="whiteSpace=wrap;html=1;" value="polaris&lt;br&gt;/loan/&lt;span style=&quot;white-space: pre-wrap; color: rgb(33, 33, 33); font-family: Inter, system-ui, -apple-system, &amp;quot;system-ui&amp;quot;, &amp;quot;Segoe UI&amp;quot;, Roboto, Oxygen, Ubuntu, Cantarell, &amp;quot;Fira Sans&amp;quot;, &amp;quot;Droid Sans&amp;quot;, Helvetica, Arial, sans-serif; text-align: left; background-color: rgb(255, 255, 255);&quot;&gt;grantLoanNonCash&lt;/span&gt;" vertex="1">
          <mxGeometry height="60" width="157.38" x="4223.93" y="2440" as="geometry" />
        </mxCell>
        <mxCell id="In8fDh9ZLN2M87an2Miy-130" parent="1" style="rounded=0;whiteSpace=wrap;html=1;fontSize=21;" value="WHERE TO TRIGGER CGW???" vertex="1">
          <mxGeometry height="290" width="450.63" x="5420" y="2815" as="geometry" />
        </mxCell>
        <mxCell id="In8fDh9ZLN2M87an2Miy-133" edge="1" parent="1" source="In8fDh9ZLN2M87an2Miy-131" style="edgeStyle=orthogonalEdgeStyle;rounded=0;orthogonalLoop=1;jettySize=auto;html=1;" target="In8fDh9ZLN2M87an2Miy-88" value="">
          <mxGeometry relative="1" as="geometry" />
        </mxCell>
        <mxCell id="In8fDh9ZLN2M87an2Miy-131" parent="1" style="whiteSpace=wrap;html=1;" value="processed_at = now" vertex="1">
          <mxGeometry height="60" width="120" x="5616.37" y="1942.5" as="geometry" />
        </mxCell>
        <mxCell id="In8fDh9ZLN2M87an2Miy-141" edge="1" parent="1" source="In8fDh9ZLN2M87an2Miy-134" style="edgeStyle=orthogonalEdgeStyle;rounded=0;orthogonalLoop=1;jettySize=auto;html=1;entryX=0;entryY=0.5;entryDx=0;entryDy=0;" target="In8fDh9ZLN2M87an2Miy-139">
          <mxGeometry relative="1" as="geometry" />
        </mxCell>
        <mxCell id="In8fDh9ZLN2M87an2Miy-145" edge="1" parent="1" source="In8fDh9ZLN2M87an2Miy-134" style="edgeStyle=orthogonalEdgeStyle;rounded=0;orthogonalLoop=1;jettySize=auto;html=1;" target="In8fDh9ZLN2M87an2Miy-144" value="">
          <mxGeometry relative="1" as="geometry" />
        </mxCell>
        <mxCell id="In8fDh9ZLN2M87an2Miy-134" parent="1" style="rhombus;whiteSpace=wrap;html=1;" value="casa -&amp;gt; domestic (CGW)&lt;br&gt;exists?" vertex="1">
          <mxGeometry height="180" width="190" x="4860" y="2190" as="geometry" />
        </mxCell>
        <mxCell id="In8fDh9ZLN2M87an2Miy-142" edge="1" parent="1" source="In8fDh9ZLN2M87an2Miy-139" style="edgeStyle=orthogonalEdgeStyle;rounded=0;orthogonalLoop=1;jettySize=auto;html=1;entryX=0;entryY=0.5;entryDx=0;entryDy=0;" target="In8fDh9ZLN2M87an2Miy-113">
          <mxGeometry relative="1" as="geometry" />
        </mxCell>
        <mxCell id="In8fDh9ZLN2M87an2Miy-227" edge="1" parent="1" source="In8fDh9ZLN2M87an2Miy-139" style="edgeStyle=orthogonalEdgeStyle;rounded=0;orthogonalLoop=1;jettySize=auto;html=1;entryX=1;entryY=0.5;entryDx=0;entryDy=0;" target="In8fDh9ZLN2M87an2Miy-225">
          <mxGeometry relative="1" as="geometry">
            <Array as="points">
              <mxPoint x="5196" y="2460" />
            </Array>
          </mxGeometry>
        </mxCell>
        <mxCell id="In8fDh9ZLN2M87an2Miy-139" parent="1" style="rhombus;whiteSpace=wrap;html=1;" value="casa -&amp;gt; domestic (CGW)&lt;br&gt;amount match" vertex="1">
          <mxGeometry height="180" width="172.5" x="5110" y="2190" as="geometry" />
        </mxCell>
        <mxCell id="In8fDh9ZLN2M87an2Miy-147" edge="1" parent="1" source="In8fDh9ZLN2M87an2Miy-144" style="edgeStyle=orthogonalEdgeStyle;rounded=0;orthogonalLoop=1;jettySize=auto;html=1;" target="In8fDh9ZLN2M87an2Miy-146" value="">
          <mxGeometry relative="1" as="geometry" />
        </mxCell>
        <mxCell id="In8fDh9ZLN2M87an2Miy-144" parent="1" style="whiteSpace=wrap;html=1;" value="Trigger CGW" vertex="1">
          <mxGeometry height="60" width="120" x="4895" y="2510" as="geometry" />
        </mxCell>
        <mxCell id="In8fDh9ZLN2M87an2Miy-148" edge="1" parent="1" source="In8fDh9ZLN2M87an2Miy-146" style="edgeStyle=orthogonalEdgeStyle;rounded=0;orthogonalLoop=1;jettySize=auto;html=1;entryX=0.5;entryY=1;entryDx=0;entryDy=0;" target="In8fDh9ZLN2M87an2Miy-113">
          <mxGeometry relative="1" as="geometry" />
        </mxCell>
        <mxCell id="In8fDh9ZLN2M87an2Miy-150" edge="1" parent="1" source="In8fDh9ZLN2M87an2Miy-146" style="edgeStyle=orthogonalEdgeStyle;rounded=0;orthogonalLoop=1;jettySize=auto;html=1;" target="In8fDh9ZLN2M87an2Miy-149" value="">
          <mxGeometry relative="1" as="geometry" />
        </mxCell>
        <mxCell id="In8fDh9ZLN2M87an2Miy-146" parent="1" style="rhombus;whiteSpace=wrap;html=1;" value="200" vertex="1">
          <mxGeometry height="80" width="80" x="5115" y="2500" as="geometry" />
        </mxCell>
        <mxCell id="In8fDh9ZLN2M87an2Miy-149" parent="1" style="whiteSpace=wrap;html=1;" value="next_retry_at = now + 5min" vertex="1">
          <mxGeometry height="60" width="155" x="5077.5" y="2650" as="geometry" />
        </mxCell>
        <mxCell id="In8fDh9ZLN2M87an2Miy-176" edge="1" parent="1" source="In8fDh9ZLN2M87an2Miy-152" style="edgeStyle=orthogonalEdgeStyle;rounded=0;orthogonalLoop=1;jettySize=auto;html=1;" target="In8fDh9ZLN2M87an2Miy-175" value="">
          <mxGeometry relative="1" as="geometry" />
        </mxCell>
        <mxCell id="In8fDh9ZLN2M87an2Miy-244" edge="1" parent="1" source="In8fDh9ZLN2M87an2Miy-152" style="edgeStyle=orthogonalEdgeStyle;rounded=0;orthogonalLoop=1;jettySize=auto;html=1;entryX=0;entryY=0.5;entryDx=0;entryDy=0;" target="In8fDh9ZLN2M87an2Miy-162">
          <mxGeometry relative="1" as="geometry" />
        </mxCell>
        <mxCell id="In8fDh9ZLN2M87an2Miy-152" parent="1" style="rhombus;whiteSpace=wrap;html=1;" value="loan_application.amount &amp;lt;= line.available_amount" vertex="1">
          <mxGeometry height="190" width="230" x="1000" y="1040" as="geometry" />
        </mxCell>
        <mxCell id="In8fDh9ZLN2M87an2Miy-158" edge="1" parent="1" source="In8fDh9ZLN2M87an2Miy-247" style="edgeStyle=orthogonalEdgeStyle;rounded=0;orthogonalLoop=1;jettySize=auto;html=1;entryX=0;entryY=0.5;entryDx=0;entryDy=0;exitX=0.989;exitY=0.096;exitDx=0;exitDy=0;exitPerimeter=0;" target="In8fDh9ZLN2M87an2Miy-157">
          <mxGeometry relative="1" as="geometry">
            <mxPoint x="2300" y="1137.5714285714284" as="sourcePoint" />
          </mxGeometry>
        </mxCell>
        <mxCell id="In8fDh9ZLN2M87an2Miy-177" edge="1" parent="1" style="edgeStyle=orthogonalEdgeStyle;rounded=0;orthogonalLoop=1;jettySize=auto;html=1;entryX=0;entryY=0.5;entryDx=0;entryDy=0;">
          <mxGeometry relative="1" as="geometry">
            <Array as="points">
-               <mxPoint x="2410" y="1424.5" />
+               <mxPoint x="2400" y="1424.5" />
            </Array>
-             <mxPoint x="2410" y="1165" as="sourcePoint" />
-             <mxPoint x="3129.5" y="1425" as="targetPoint" />
+             <mxPoint x="2400" y="1165" as="sourcePoint" />
+             <mxPoint x="3119.5" y="1425" as="targetPoint" />
          </mxGeometry>
        </mxCell>
        <mxCell id="In8fDh9ZLN2M87an2Miy-192" connectable="0" parent="In8fDh9ZLN2M87an2Miy-177" style="edgeLabel;html=1;align=center;verticalAlign=middle;resizable=0;points=[];" value="return warning?,&lt;br&gt;row is not scheduler&#39;s task&lt;div&gt;&lt;br&gt;&lt;/div&gt;" vertex="1">
          <mxGeometry relative="1" x="-0.7641" as="geometry">
            <mxPoint y="1" as="offset" />
          </mxGeometry>
        </mxCell>
        <mxCell id="In8fDh9ZLN2M87an2Miy-157" parent="1" style="rhombus;whiteSpace=wrap;html=1;" value="all&lt;br&gt;200" vertex="1">
          <mxGeometry height="80" width="80" x="2370" y="1097.5" as="geometry" />
        </mxCell>
        <mxCell id="In8fDh9ZLN2M87an2Miy-243" edge="1" parent="1" source="In8fDh9ZLN2M87an2Miy-161" style="edgeStyle=orthogonalEdgeStyle;rounded=0;orthogonalLoop=1;jettySize=auto;html=1;entryX=0;entryY=0.5;entryDx=0;entryDy=0;" target="In8fDh9ZLN2M87an2Miy-152">
          <mxGeometry relative="1" as="geometry" />
        </mxCell>
        <mxCell id="In8fDh9ZLN2M87an2Miy-161" parent="1" style="rounded=0;whiteSpace=wrap;html=1;" value="loan account row lock" vertex="1">
          <mxGeometry height="60" width="145" x="735" y="1105" as="geometry" />
        </mxCell>
        <mxCell id="In8fDh9ZLN2M87an2Miy-165" edge="1" parent="1" source="In8fDh9ZLN2M87an2Miy-162" style="edgeStyle=orthogonalEdgeStyle;rounded=0;orthogonalLoop=1;jettySize=auto;html=1;" target="In8fDh9ZLN2M87an2Miy-12">
          <mxGeometry relative="1" as="geometry" />
        </mxCell>
        <mxCell id="In8fDh9ZLN2M87an2Miy-162" parent="1" style="rounded=0;whiteSpace=wrap;html=1;" value="&lt;span style=&quot;font-weight: 700; text-align: left;&quot;&gt;ROWLOCK - loan_limits.held_amount += amount&lt;/span&gt;" vertex="1">
          <mxGeometry height="60" width="215" x="1345" y="1105" as="geometry" />
        </mxCell>
        <mxCell id="In8fDh9ZLN2M87an2Miy-184" edge="1" parent="1" source="In8fDh9ZLN2M87an2Miy-166" style="edgeStyle=orthogonalEdgeStyle;rounded=0;orthogonalLoop=1;jettySize=auto;html=1;" target="In8fDh9ZLN2M87an2Miy-183" value="">
          <mxGeometry relative="1" as="geometry" />
        </mxCell>
        <mxCell id="In8fDh9ZLN2M87an2Miy-166" parent="1" style="swimlane;fontStyle=0;childLayout=stackLayout;horizontal=1;startSize=30;horizontalStack=0;resizeParent=1;resizeParentMax=0;resizeLast=0;collapsible=1;marginBottom=0;whiteSpace=wrap;html=1;" value="Loan issued" vertex="1">
          <mxGeometry height="150" width="210" x="2590" y="1115" as="geometry" />
        </mxCell>
        <mxCell id="In8fDh9ZLN2M87an2Miy-167" parent="In8fDh9ZLN2M87an2Miy-166" style="text;strokeColor=none;fillColor=none;align=left;verticalAlign=middle;spacingLeft=4;spacingRight=4;overflow=hidden;points=[[0,0.5],[1,0.5]];portConstraint=eastwest;rotatable=0;whiteSpace=wrap;html=1;" value="loan_application = approved" vertex="1">
          <mxGeometry height="30" width="210" y="30" as="geometry" />
        </mxCell>
        <mxCell id="In8fDh9ZLN2M87an2Miy-168" parent="In8fDh9ZLN2M87an2Miy-166" style="text;strokeColor=none;fillColor=none;align=left;verticalAlign=middle;spacingLeft=4;spacingRight=4;overflow=hidden;points=[[0,0.5],[1,0.5]];portConstraint=eastwest;rotatable=0;whiteSpace=wrap;html=1;" value="create loan" vertex="1">
          <mxGeometry height="30" width="210" y="60" as="geometry" />
        </mxCell>
        <mxCell id="In8fDh9ZLN2M87an2Miy-169" parent="In8fDh9ZLN2M87an2Miy-166" style="text;strokeColor=none;fillColor=none;align=left;verticalAlign=middle;spacingLeft=4;spacingRight=4;overflow=hidden;points=[[0,0.5],[1,0.5]];portConstraint=eastwest;rotatable=0;whiteSpace=wrap;html=1;" value="release lock" vertex="1">
          <mxGeometry height="30" width="210" y="90" as="geometry" />
        </mxCell>
        <mxCell id="In8fDh9ZLN2M87an2Miy-191" parent="In8fDh9ZLN2M87an2Miy-166" style="text;strokeColor=none;fillColor=none;align=left;verticalAlign=middle;spacingLeft=4;spacingRight=4;overflow=hidden;points=[[0,0.5],[1,0.5]];portConstraint=eastwest;rotatable=0;whiteSpace=wrap;html=1;" value="processed_at = now" vertex="1">
          <mxGeometry height="30" width="210" y="120" as="geometry" />
        </mxCell>
        <mxCell id="In8fDh9ZLN2M87an2Miy-170" edge="1" parent="1" source="In8fDh9ZLN2M87an2Miy-157" style="edgeStyle=orthogonalEdgeStyle;rounded=0;orthogonalLoop=1;jettySize=auto;html=1;entryX=0.003;entryY=0.156;entryDx=0;entryDy=0;entryPerimeter=0;" target="In8fDh9ZLN2M87an2Miy-166">
          <mxGeometry relative="1" as="geometry" />
        </mxCell>
        <mxCell id="In8fDh9ZLN2M87an2Miy-174" parent="1" style="text;html=1;whiteSpace=wrap;strokeColor=none;fillColor=none;align=center;verticalAlign=middle;rounded=0;" value="&lt;div style=&quot;background-color:#ffffff;color:#080808&quot;&gt;&lt;pre style=&quot;font-family:&#39;JetBrains Mono&#39;,monospace;font-size:9.8pt;&quot;&gt;&lt;span style=&quot;color:#9e880d;&quot;&gt;@Transactional&lt;/span&gt;(propagation = &lt;span style=&quot;color:#000000;&quot;&gt;Propagation&lt;/span&gt;.&lt;span style=&quot;color:#871094;font-style:italic;&quot;&gt;REQUIRES_NEW&lt;/span&gt;)&lt;/pre&gt;&lt;/div&gt;" vertex="1">
          <mxGeometry height="30" width="240" x="1010" y="980" as="geometry" />
        </mxCell>
        <mxCell id="In8fDh9ZLN2M87an2Miy-175" parent="1" style="whiteSpace=wrap;html=1;" value="Rollback, return error" vertex="1">
          <mxGeometry height="60" width="132.5" x="1048.75" y="1352.5" as="geometry" />
        </mxCell>
        <mxCell id="In8fDh9ZLN2M87an2Miy-186" edge="1" parent="1" source="In8fDh9ZLN2M87an2Miy-183" style="edgeStyle=orthogonalEdgeStyle;rounded=0;orthogonalLoop=1;jettySize=auto;html=1;" target="In8fDh9ZLN2M87an2Miy-185" value="">
          <mxGeometry relative="1" as="geometry" />
        </mxCell>
        <mxCell id="In8fDh9ZLN2M87an2Miy-187" edge="1" parent="1" source="In8fDh9ZLN2M87an2Miy-183" style="edgeStyle=orthogonalEdgeStyle;rounded=0;orthogonalLoop=1;jettySize=auto;html=1;" target="In8fDh9ZLN2M87an2Miy-105">
          <mxGeometry relative="1" as="geometry">
            <Array as="points">
              <mxPoint x="2995" y="1427" />
            </Array>
          </mxGeometry>
        </mxCell>
        <mxCell id="In8fDh9ZLN2M87an2Miy-195" connectable="0" parent="In8fDh9ZLN2M87an2Miy-187" style="edgeLabel;html=1;align=center;verticalAlign=middle;resizable=0;points=[];" value="return warning?,&lt;br&gt;row is not scheduler&#39;s task&lt;div&gt;&lt;br&gt;&lt;/div&gt;" vertex="1">
          <mxGeometry relative="1" x="-0.5656" y="1" as="geometry">
            <mxPoint as="offset" />
          </mxGeometry>
        </mxCell>
        <mxCell id="In8fDh9ZLN2M87an2Miy-183" parent="1" style="rhombus;whiteSpace=wrap;html=1;fontStyle=0;startSize=30;horizontal=1;" value="db transaction success?" vertex="1">
          <mxGeometry height="135" width="130" x="2930" y="1122.5" as="geometry" />
        </mxCell>
        <mxCell id="In8fDh9ZLN2M87an2Miy-185" parent="1" style="whiteSpace=wrap;html=1;fontStyle=0;startSize=30;horizontal=1;" value="return success to client" vertex="1">
          <mxGeometry height="60" width="120" x="3145" y="1160" as="geometry" />
        </mxCell>
        <mxCell id="In8fDh9ZLN2M87an2Miy-189" parent="1" style="text;html=1;whiteSpace=wrap;strokeColor=none;fillColor=none;align=center;verticalAlign=middle;rounded=0;fontSize=26;" value="&lt;div style=&quot;background-color:#ffffff;color:#080808&quot;&gt;&lt;pre style=&quot;font-family: &amp;quot;JetBrains Mono&amp;quot;, monospace;&quot;&gt;&lt;span style=&quot;color:#9e880d;&quot;&gt;@Transactional&lt;/span&gt;(propagation = &lt;span style=&quot;color:#000000;&quot;&gt;Propagation&lt;/span&gt;.&lt;span style=&quot;color:#871094;font-style:italic;&quot;&gt;REQUIRES_NEW&lt;/span&gt;)&lt;/pre&gt;&lt;/div&gt;" vertex="1">
          <mxGeometry height="30" width="240" x="4918.87" y="1265" as="geometry" />
        </mxCell>
        <mxCell id="In8fDh9ZLN2M87an2Miy-198" parent="1" style="text;html=1;whiteSpace=wrap;strokeColor=none;fillColor=none;align=center;verticalAlign=middle;rounded=0;fontSize=32;" value="BNPL request flow" vertex="1">
          <mxGeometry height="30" width="470" x="-80" y="2930" as="geometry" />
        </mxCell>
        <mxCell id="In8fDh9ZLN2M87an2Miy-199" edge="1" parent="1" source="In8fDh9ZLN2M87an2Miy-200" style="edgeStyle=orthogonalEdgeStyle;rounded=0;orthogonalLoop=1;jettySize=auto;html=1;" target="In8fDh9ZLN2M87an2Miy-202" value="">
          <mxGeometry relative="1" as="geometry" />
        </mxCell>
        <mxCell id="In8fDh9ZLN2M87an2Miy-200" parent="1" style="shape=umlActor;verticalLabelPosition=bottom;verticalAlign=top;html=1;outlineConnect=0;" value="Actor" vertex="1">
          <mxGeometry height="60" width="30" x="20" y="3135" as="geometry" />
        </mxCell>
        <mxCell id="In8fDh9ZLN2M87an2Miy-201" edge="1" parent="1" source="In8fDh9ZLN2M87an2Miy-202" style="edgeStyle=orthogonalEdgeStyle;rounded=0;orthogonalLoop=1;jettySize=auto;html=1;entryX=0.011;entryY=0.06;entryDx=0;entryDy=0;entryPerimeter=0;" target="In8fDh9ZLN2M87an2Miy-209" value="">
          <mxGeometry relative="1" as="geometry">
            <mxPoint x="440" y="3165" as="targetPoint" />
          </mxGeometry>
        </mxCell>
        <mxCell id="In8fDh9ZLN2M87an2Miy-202" parent="1" style="whiteSpace=wrap;html=1;verticalAlign=top;" value="&lt;div&gt;&lt;br&gt;&lt;/div&gt;&lt;div&gt;One tap loan&lt;/div&gt;" vertex="1">
          <mxGeometry height="60" width="120" x="230" y="3135" as="geometry" />
        </mxCell>
        <mxCell id="In8fDh9ZLN2M87an2Miy-203" edge="1" parent="1" source="In8fDh9ZLN2M87an2Miy-205" style="edgeStyle=orthogonalEdgeStyle;rounded=0;orthogonalLoop=1;jettySize=auto;html=1;" target="In8fDh9ZLN2M87an2Miy-206" value="">
          <mxGeometry relative="1" as="geometry" />
        </mxCell>
        <mxCell id="In8fDh9ZLN2M87an2Miy-204" connectable="0" parent="In8fDh9ZLN2M87an2Miy-203" style="edgeLabel;html=1;align=center;verticalAlign=middle;resizable=0;points=[];" value="0" vertex="1">
          <mxGeometry relative="1" x="-0.2091" y="-1" as="geometry">
            <mxPoint as="offset" />
          </mxGeometry>
        </mxCell>
        <mxCell id="In8fDh9ZLN2M87an2Miy-213" edge="1" parent="1" source="In8fDh9ZLN2M87an2Miy-205" style="edgeStyle=orthogonalEdgeStyle;rounded=0;orthogonalLoop=1;jettySize=auto;html=1;" target="In8fDh9ZLN2M87an2Miy-212" value="">
          <mxGeometry relative="1" as="geometry" />
        </mxCell>
        <mxCell id="In8fDh9ZLN2M87an2Miy-205" parent="1" style="rhombus;whiteSpace=wrap;html=1;verticalAlign=top;" value="&lt;br&gt;&lt;br&gt;&lt;div&gt;&lt;br&gt;&lt;/div&gt;&lt;div&gt;Loan validation&lt;br&gt;success&lt;/div&gt;" vertex="1">
          <mxGeometry height="120" width="140" x="720" y="3105" as="geometry" />
        </mxCell>
        <mxCell id="In8fDh9ZLN2M87an2Miy-206" parent="1" style="whiteSpace=wrap;html=1;verticalAlign=middle;" value="Return err message" vertex="1">
          <mxGeometry height="60" width="120" x="730" y="3305" as="geometry" />
        </mxCell>
        <mxCell id="In8fDh9ZLN2M87an2Miy-207" edge="1" parent="1" source="In8fDh9ZLN2M87an2Miy-208" style="edgeStyle=orthogonalEdgeStyle;rounded=0;orthogonalLoop=1;jettySize=auto;html=1;entryX=0;entryY=0.5;entryDx=0;entryDy=0;" target="In8fDh9ZLN2M87an2Miy-205">
          <mxGeometry relative="1" as="geometry" />
        </mxCell>
        <mxCell id="In8fDh9ZLN2M87an2Miy-208" parent="1" style="swimlane;fontStyle=0;childLayout=stackLayout;horizontal=1;startSize=30;horizontalStack=0;resizeParent=1;resizeParentMax=0;resizeLast=0;collapsible=1;marginBottom=0;whiteSpace=wrap;html=1;" value="Validations" vertex="1">
          <mxGeometry height="120" width="140" x="460" y="3135" as="geometry" />
        </mxCell>
        <mxCell id="In8fDh9ZLN2M87an2Miy-209" parent="In8fDh9ZLN2M87an2Miy-208" style="text;strokeColor=none;fillColor=none;align=left;verticalAlign=middle;spacingLeft=4;spacingRight=4;overflow=hidden;points=[[0,0.5],[1,0.5]];portConstraint=eastwest;rotatable=0;whiteSpace=wrap;html=1;" value="user status" vertex="1">
          <mxGeometry height="30" width="140" y="30" as="geometry" />
        </mxCell>
        <mxCell id="In8fDh9ZLN2M87an2Miy-210" parent="In8fDh9ZLN2M87an2Miy-208" style="text;strokeColor=none;fillColor=none;align=left;verticalAlign=middle;spacingLeft=4;spacingRight=4;overflow=hidden;points=[[0,0.5],[1,0.5]];portConstraint=eastwest;rotatable=0;whiteSpace=wrap;html=1;" value="kyc status" vertex="1">
          <mxGeometry height="30" width="140" y="60" as="geometry" />
        </mxCell>
        <mxCell id="In8fDh9ZLN2M87an2Miy-211" parent="In8fDh9ZLN2M87an2Miy-208" style="text;strokeColor=none;fillColor=none;align=left;verticalAlign=middle;spacingLeft=4;spacingRight=4;overflow=hidden;points=[[0,0.5],[1,0.5]];portConstraint=eastwest;rotatable=0;whiteSpace=wrap;html=1;" value="loan limit status" vertex="1">
          <mxGeometry height="30" width="140" y="90" as="geometry" />
        </mxCell>
        <mxCell id="In8fDh9ZLN2M87an2Miy-212" parent="1" style="whiteSpace=wrap;html=1;verticalAlign=middle;" value="Same as one-tap ??" vertex="1">
          <mxGeometry height="60" width="120" x="950" y="3135" as="geometry" />
        </mxCell>
        <mxCell id="In8fDh9ZLN2M87an2Miy-218" edge="1" parent="1" source="In8fDh9ZLN2M87an2Miy-214" style="edgeStyle=orthogonalEdgeStyle;rounded=0;orthogonalLoop=1;jettySize=auto;html=1;entryX=0;entryY=0.5;entryDx=0;entryDy=0;" target="In8fDh9ZLN2M87an2Miy-134">
          <mxGeometry relative="1" as="geometry">
            <Array as="points">
              <mxPoint x="4860" y="2630" />
            </Array>
          </mxGeometry>
        </mxCell>
        <mxCell id="In8fDh9ZLN2M87an2Miy-221" edge="1" parent="1" source="In8fDh9ZLN2M87an2Miy-214" style="edgeStyle=orthogonalEdgeStyle;rounded=0;orthogonalLoop=1;jettySize=auto;html=1;entryX=0;entryY=0.5;entryDx=0;entryDy=0;" target="In8fDh9ZLN2M87an2Miy-149">
          <mxGeometry relative="1" as="geometry">
            <Array as="points">
              <mxPoint x="4303" y="2680" />
            </Array>
          </mxGeometry>
        </mxCell>
        <mxCell id="In8fDh9ZLN2M87an2Miy-214" parent="1" style="rhombus;whiteSpace=wrap;html=1;" value="200" vertex="1">
          <mxGeometry height="80" width="80" x="4262.62" y="2590" as="geometry" />
        </mxCell>
        <mxCell id="In8fDh9ZLN2M87an2Miy-223" edge="1" parent="1" source="In8fDh9ZLN2M87an2Miy-222" style="edgeStyle=orthogonalEdgeStyle;rounded=0;orthogonalLoop=1;jettySize=auto;html=1;" target="In8fDh9ZLN2M87an2Miy-134">
          <mxGeometry relative="1" as="geometry" />
        </mxCell>
        <mxCell id="In8fDh9ZLN2M87an2Miy-226" edge="1" parent="1" source="In8fDh9ZLN2M87an2Miy-222" style="edgeStyle=orthogonalEdgeStyle;rounded=0;orthogonalLoop=1;jettySize=auto;html=1;" target="In8fDh9ZLN2M87an2Miy-225" value="">
          <mxGeometry relative="1" as="geometry" />
        </mxCell>
        <mxCell id="In8fDh9ZLN2M87an2Miy-222" parent="1" style="rhombus;whiteSpace=wrap;html=1;" value="loan -&amp;gt; casa &lt;br&gt;amount match" vertex="1">
          <mxGeometry height="156.25" width="155" x="4561.37" y="2201.88" as="geometry" />
        </mxCell>
        <mxCell id="In8fDh9ZLN2M87an2Miy-225" parent="1" style="whiteSpace=wrap;html=1;" value="status = manual_review??" vertex="1">
          <mxGeometry height="60" width="120" x="4578.87" y="2429.995" as="geometry" />
        </mxCell>
        <mxCell id="In8fDh9ZLN2M87an2Miy-234" edge="1" parent="1" source="In8fDh9ZLN2M87an2Miy-228" style="edgeStyle=orthogonalEdgeStyle;rounded=0;orthogonalLoop=1;jettySize=auto;html=1;" target="In8fDh9ZLN2M87an2Miy-233" value="">
          <mxGeometry relative="1" as="geometry" />
        </mxCell>
        <mxCell id="In8fDh9ZLN2M87an2Miy-245" edge="1" parent="1" source="In8fDh9ZLN2M87an2Miy-228" style="edgeStyle=orthogonalEdgeStyle;rounded=0;orthogonalLoop=1;jettySize=auto;html=1;entryX=0;entryY=0.5;entryDx=0;entryDy=0;" target="In8fDh9ZLN2M87an2Miy-161">
          <mxGeometry relative="1" as="geometry" />
        </mxCell>
        <mxCell id="In8fDh9ZLN2M87an2Miy-228" parent="1" style="rhombus;whiteSpace=wrap;html=1;" value="Polaris&lt;br&gt;/line/&lt;span style=&quot;color: rgb(33, 33, 33); font-family: Inter, system-ui, -apple-system, &amp;quot;system-ui&amp;quot;, &amp;quot;Segoe UI&amp;quot;, Roboto, Oxygen, Ubuntu, Cantarell, &amp;quot;Fira Sans&amp;quot;, &amp;quot;Droid Sans&amp;quot;, Helvetica, Arial, sans-serif; text-align: left; white-space: pre-wrap; background-color: rgb(255, 255, 255);&quot;&gt;getAccountDetail&lt;/span&gt;&lt;br&gt;200" vertex="1">
          <mxGeometry height="225" width="260" x="190" y="1020" as="geometry" />
        </mxCell>
        <mxCell id="In8fDh9ZLN2M87an2Miy-236" edge="1" parent="1" source="In8fDh9ZLN2M87an2Miy-233" style="edgeStyle=orthogonalEdgeStyle;rounded=0;orthogonalLoop=1;jettySize=auto;html=1;" target="In8fDh9ZLN2M87an2Miy-235" value="">
          <mxGeometry relative="1" as="geometry" />
        </mxCell>
        <mxCell id="In8fDh9ZLN2M87an2Miy-242" edge="1" parent="1" source="In8fDh9ZLN2M87an2Miy-233" style="edgeStyle=orthogonalEdgeStyle;rounded=0;orthogonalLoop=1;jettySize=auto;html=1;entryX=0;entryY=0.5;entryDx=0;entryDy=0;" target="In8fDh9ZLN2M87an2Miy-241" value="">
          <mxGeometry relative="1" as="geometry">
            <mxPoint x="390" y="1372.5" as="targetPoint" />
          </mxGeometry>
        </mxCell>
        <mxCell id="In8fDh9ZLN2M87an2Miy-233" parent="1" style="rhombus;whiteSpace=wrap;html=1;" value="501" vertex="1">
          <mxGeometry height="80" width="80" x="280" y="1332.5" as="geometry" />
        </mxCell>
        <mxCell id="In8fDh9ZLN2M87an2Miy-238" edge="1" parent="1" source="In8fDh9ZLN2M87an2Miy-235" style="edgeStyle=orthogonalEdgeStyle;rounded=0;orthogonalLoop=1;jettySize=auto;html=1;entryX=0;entryY=0.5;entryDx=0;entryDy=0;" target="In8fDh9ZLN2M87an2Miy-237" value="">
          <mxGeometry relative="1" as="geometry">
            <mxPoint x="460" y="1555" as="targetPoint" />
          </mxGeometry>
        </mxCell>
        <mxCell id="In8fDh9ZLN2M87an2Miy-240" edge="1" parent="1" source="In8fDh9ZLN2M87an2Miy-235" style="edgeStyle=orthogonalEdgeStyle;rounded=0;orthogonalLoop=1;jettySize=auto;html=1;" target="In8fDh9ZLN2M87an2Miy-239" value="">
          <mxGeometry relative="1" as="geometry" />
        </mxCell>
        <mxCell id="In8fDh9ZLN2M87an2Miy-235" parent="1" style="rhombus;whiteSpace=wrap;html=1;" value="timeout, http err" vertex="1">
          <mxGeometry height="125" width="120" x="260" y="1492.5" as="geometry" />
        </mxCell>
        <mxCell id="In8fDh9ZLN2M87an2Miy-237" parent="1" style="whiteSpace=wrap;html=1;" value="return err msg&lt;br&gt;try again" vertex="1">
          <mxGeometry height="60" width="120" x="480" y="1525" as="geometry" />
        </mxCell>
        <mxCell id="In8fDh9ZLN2M87an2Miy-239" parent="1" style="whiteSpace=wrap;html=1;" value="return err msg&lt;br&gt;try again?" vertex="1">
          <mxGeometry height="60" width="120" x="260" y="1730" as="geometry" />
        </mxCell>
        <mxCell id="In8fDh9ZLN2M87an2Miy-241" parent="1" style="whiteSpace=wrap;html=1;" value="return err msg" vertex="1">
          <mxGeometry height="60" width="120" x="460" y="1345" as="geometry" />
        </mxCell>
        <mxCell id="In8fDh9ZLN2M87an2Miy-247" parent="1" style="swimlane;fontStyle=0;childLayout=stackLayout;horizontal=1;startSize=30;horizontalStack=0;resizeParent=1;resizeParentMax=0;resizeLast=0;collapsible=1;marginBottom=0;whiteSpace=wrap;html=1;" value="Call Polaris APIs in order:" vertex="1">
          <mxGeometry height="210" width="210" x="2090" y="1115" as="geometry" />
        </mxCell>
        <mxCell id="In8fDh9ZLN2M87an2Miy-248" parent="In8fDh9ZLN2M87an2Miy-247" style="text;strokeColor=none;fillColor=none;align=left;verticalAlign=middle;spacingLeft=4;spacingRight=4;overflow=hidden;points=[[0,0.5],[1,0.5]];portConstraint=eastwest;rotatable=0;whiteSpace=wrap;html=1;" value="&lt;span style=&quot;text-align: center;&quot;&gt;/loan/createAccount&lt;/span&gt;" vertex="1">
          <mxGeometry height="30" width="210" y="30" as="geometry" />
        </mxCell>
        <mxCell id="In8fDh9ZLN2M87an2Miy-249" parent="In8fDh9ZLN2M87an2Miy-247" style="text;strokeColor=none;fillColor=none;align=left;verticalAlign=middle;spacingLeft=4;spacingRight=4;overflow=hidden;points=[[0,0.5],[1,0.5]];portConstraint=eastwest;rotatable=0;whiteSpace=wrap;html=1;" value="&lt;span style=&quot;text-align: center; background-color: light-dark(#ffffff, var(--ge-dark-color, #121212));&quot;&gt;/loan/openAccount&lt;/span&gt;" vertex="1">
          <mxGeometry height="30" width="210" y="60" as="geometry" />
        </mxCell>
        <mxCell id="In8fDh9ZLN2M87an2Miy-250" parent="In8fDh9ZLN2M87an2Miy-247" style="text;strokeColor=none;fillColor=none;align=left;verticalAlign=middle;spacingLeft=4;spacingRight=4;overflow=hidden;points=[[0,0.5],[1,0.5]];portConstraint=eastwest;rotatable=0;whiteSpace=wrap;html=1;" value="&lt;span style=&quot;text-align: center;&quot;&gt;/loan/&lt;/span&gt;&lt;span style=&quot;background-color: rgb(252, 246, 219); color: rgb(0, 0, 0); font-family: &amp;quot;Anonymous Pro&amp;quot;, Menlo, Consolas, &amp;quot;Bitstream Vera Sans Mono&amp;quot;, &amp;quot;Courier New&amp;quot;, monospace; font-size: 0.9em;&quot;&gt;createNrsSchedule&lt;/span&gt;" vertex="1">
          <mxGeometry height="30" width="210" y="90" as="geometry" />
        </mxCell>
        <mxCell id="In8fDh9ZLN2M87an2Miy-251" parent="In8fDh9ZLN2M87an2Miy-247" style="text;strokeColor=none;fillColor=none;align=left;verticalAlign=middle;spacingLeft=4;spacingRight=4;overflow=hidden;points=[[0,0.5],[1,0.5]];portConstraint=eastwest;rotatable=0;whiteSpace=wrap;html=1;" value="&lt;span style=&quot;font-family: &amp;quot;Anonymous Pro&amp;quot;, Menlo, Consolas, &amp;quot;Bitstream Vera Sans Mono&amp;quot;, &amp;quot;Courier New&amp;quot;, monospace; font-size: 10.8px; white-space: pre-wrap;&quot;&gt;&lt;font style=&quot;color: light-dark(rgb(237, 237, 237), rgb(255, 255, 255));&quot;&gt;/line/linkLineAccountToLoan&lt;/font&gt;&lt;/span&gt;" vertex="1">
          <mxGeometry height="30" width="210" y="120" as="geometry" />
        </mxCell>
        <mxCell id="In8fDh9ZLN2M87an2Miy-256" parent="In8fDh9ZLN2M87an2Miy-247" style="text;strokeColor=none;fillColor=none;align=left;verticalAlign=middle;spacingLeft=4;spacingRight=4;overflow=hidden;points=[[0,0.5],[1,0.5]];portConstraint=eastwest;rotatable=0;whiteSpace=wrap;html=1;" value="&lt;span style=&quot;text-align: center;&quot;&gt;/loan/&lt;/span&gt;&lt;span style=&quot;white-space: pre-wrap; color: rgb(33, 33, 33); font-family: Inter, system-ui, -apple-system, &amp;quot;system-ui&amp;quot;, &amp;quot;Segoe UI&amp;quot;, Roboto, Oxygen, Ubuntu, Cantarell, &amp;quot;Fira Sans&amp;quot;, &amp;quot;Droid Sans&amp;quot;, Helvetica, Arial, sans-serif; background-color: rgb(255, 255, 255);&quot;&gt;grantLoanNonCash&lt;/span&gt;" vertex="1">
          <mxGeometry height="30" width="210" y="150" as="geometry" />
        </mxCell>
        <mxCell id="In8fDh9ZLN2M87an2Miy-255" parent="In8fDh9ZLN2M87an2Miy-247" style="text;strokeColor=none;fillColor=none;align=left;verticalAlign=middle;spacingLeft=4;spacingRight=4;overflow=hidden;points=[[0,0.5],[1,0.5]];portConstraint=eastwest;rotatable=0;whiteSpace=wrap;html=1;" value="&lt;font face=&quot;Inter, system-ui, -apple-system, system-ui, Segoe UI, Roboto, Oxygen, Ubuntu, Cantarell, Fira Sans, Droid Sans, Helvetica, Arial, sans-serif&quot; style=&quot;color: light-dark(rgb(188, 188, 188), rgb(255, 255, 255));&quot;&gt;&lt;span style=&quot;white-space-collapse: preserve;&quot;&gt;CGW Trigger&lt;/span&gt;&lt;/font&gt;" vertex="1">
          <mxGeometry height="30" width="210" y="180" as="geometry" />
        </mxCell>
      </root>
    </mxGraphModel>
  </diagram>
</mxfile>
